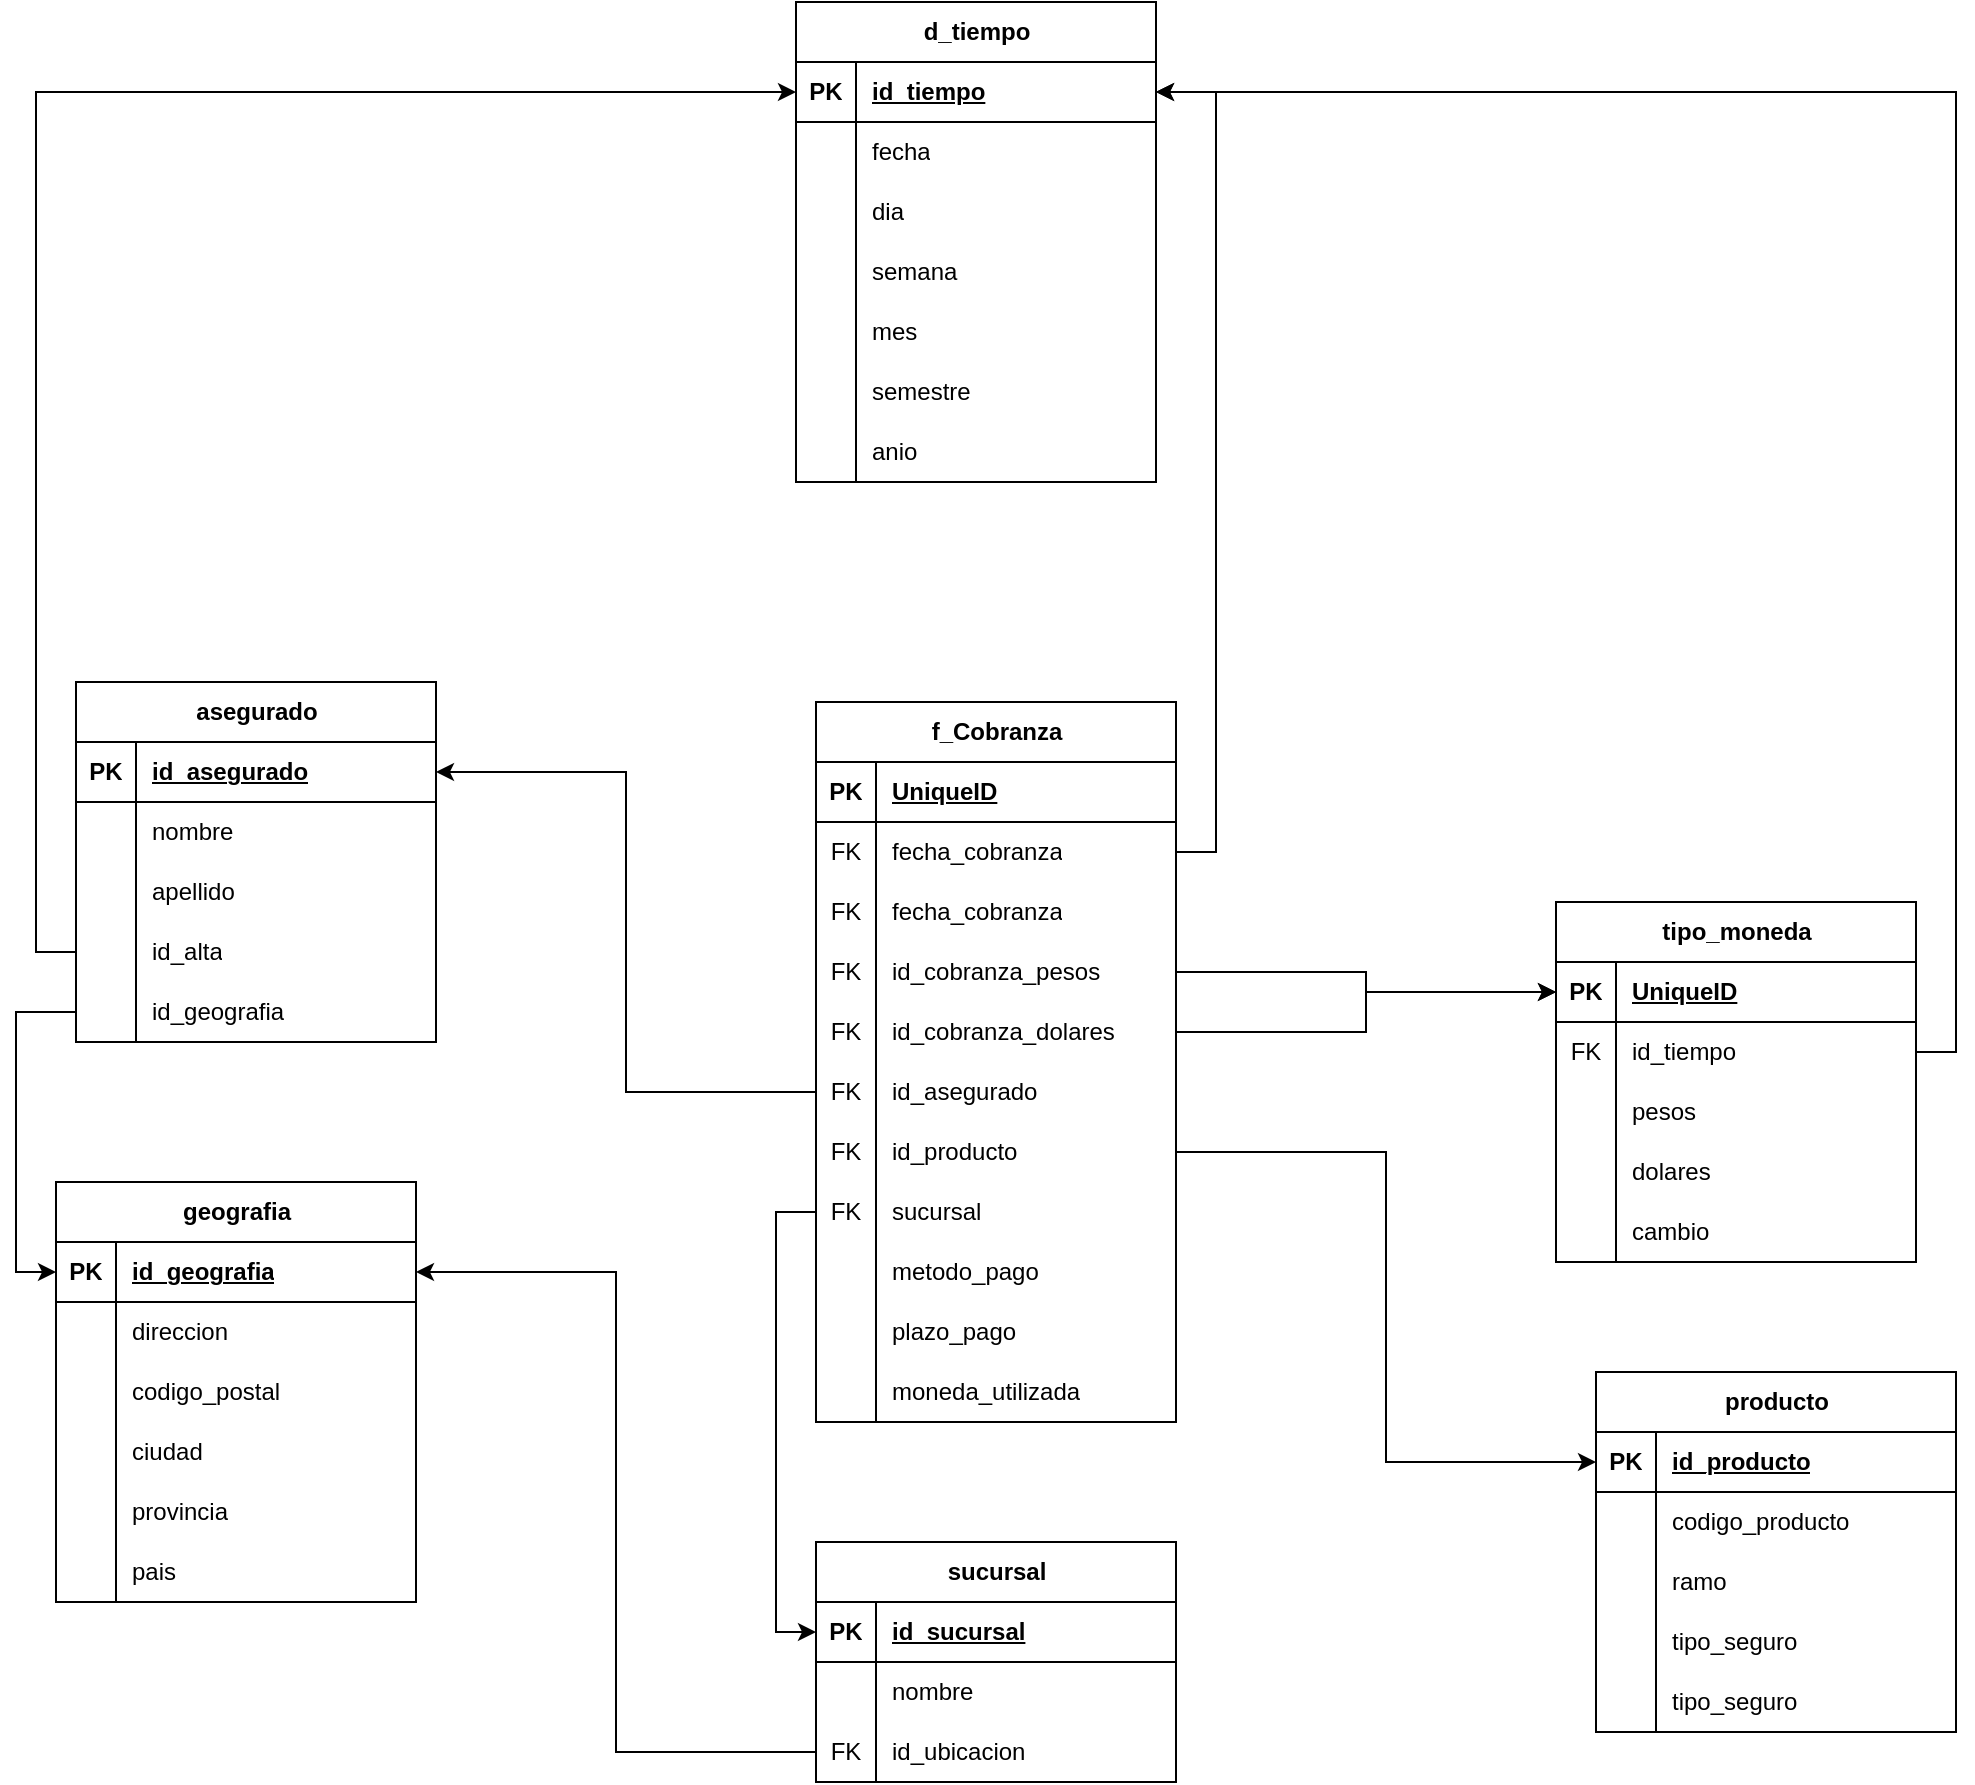
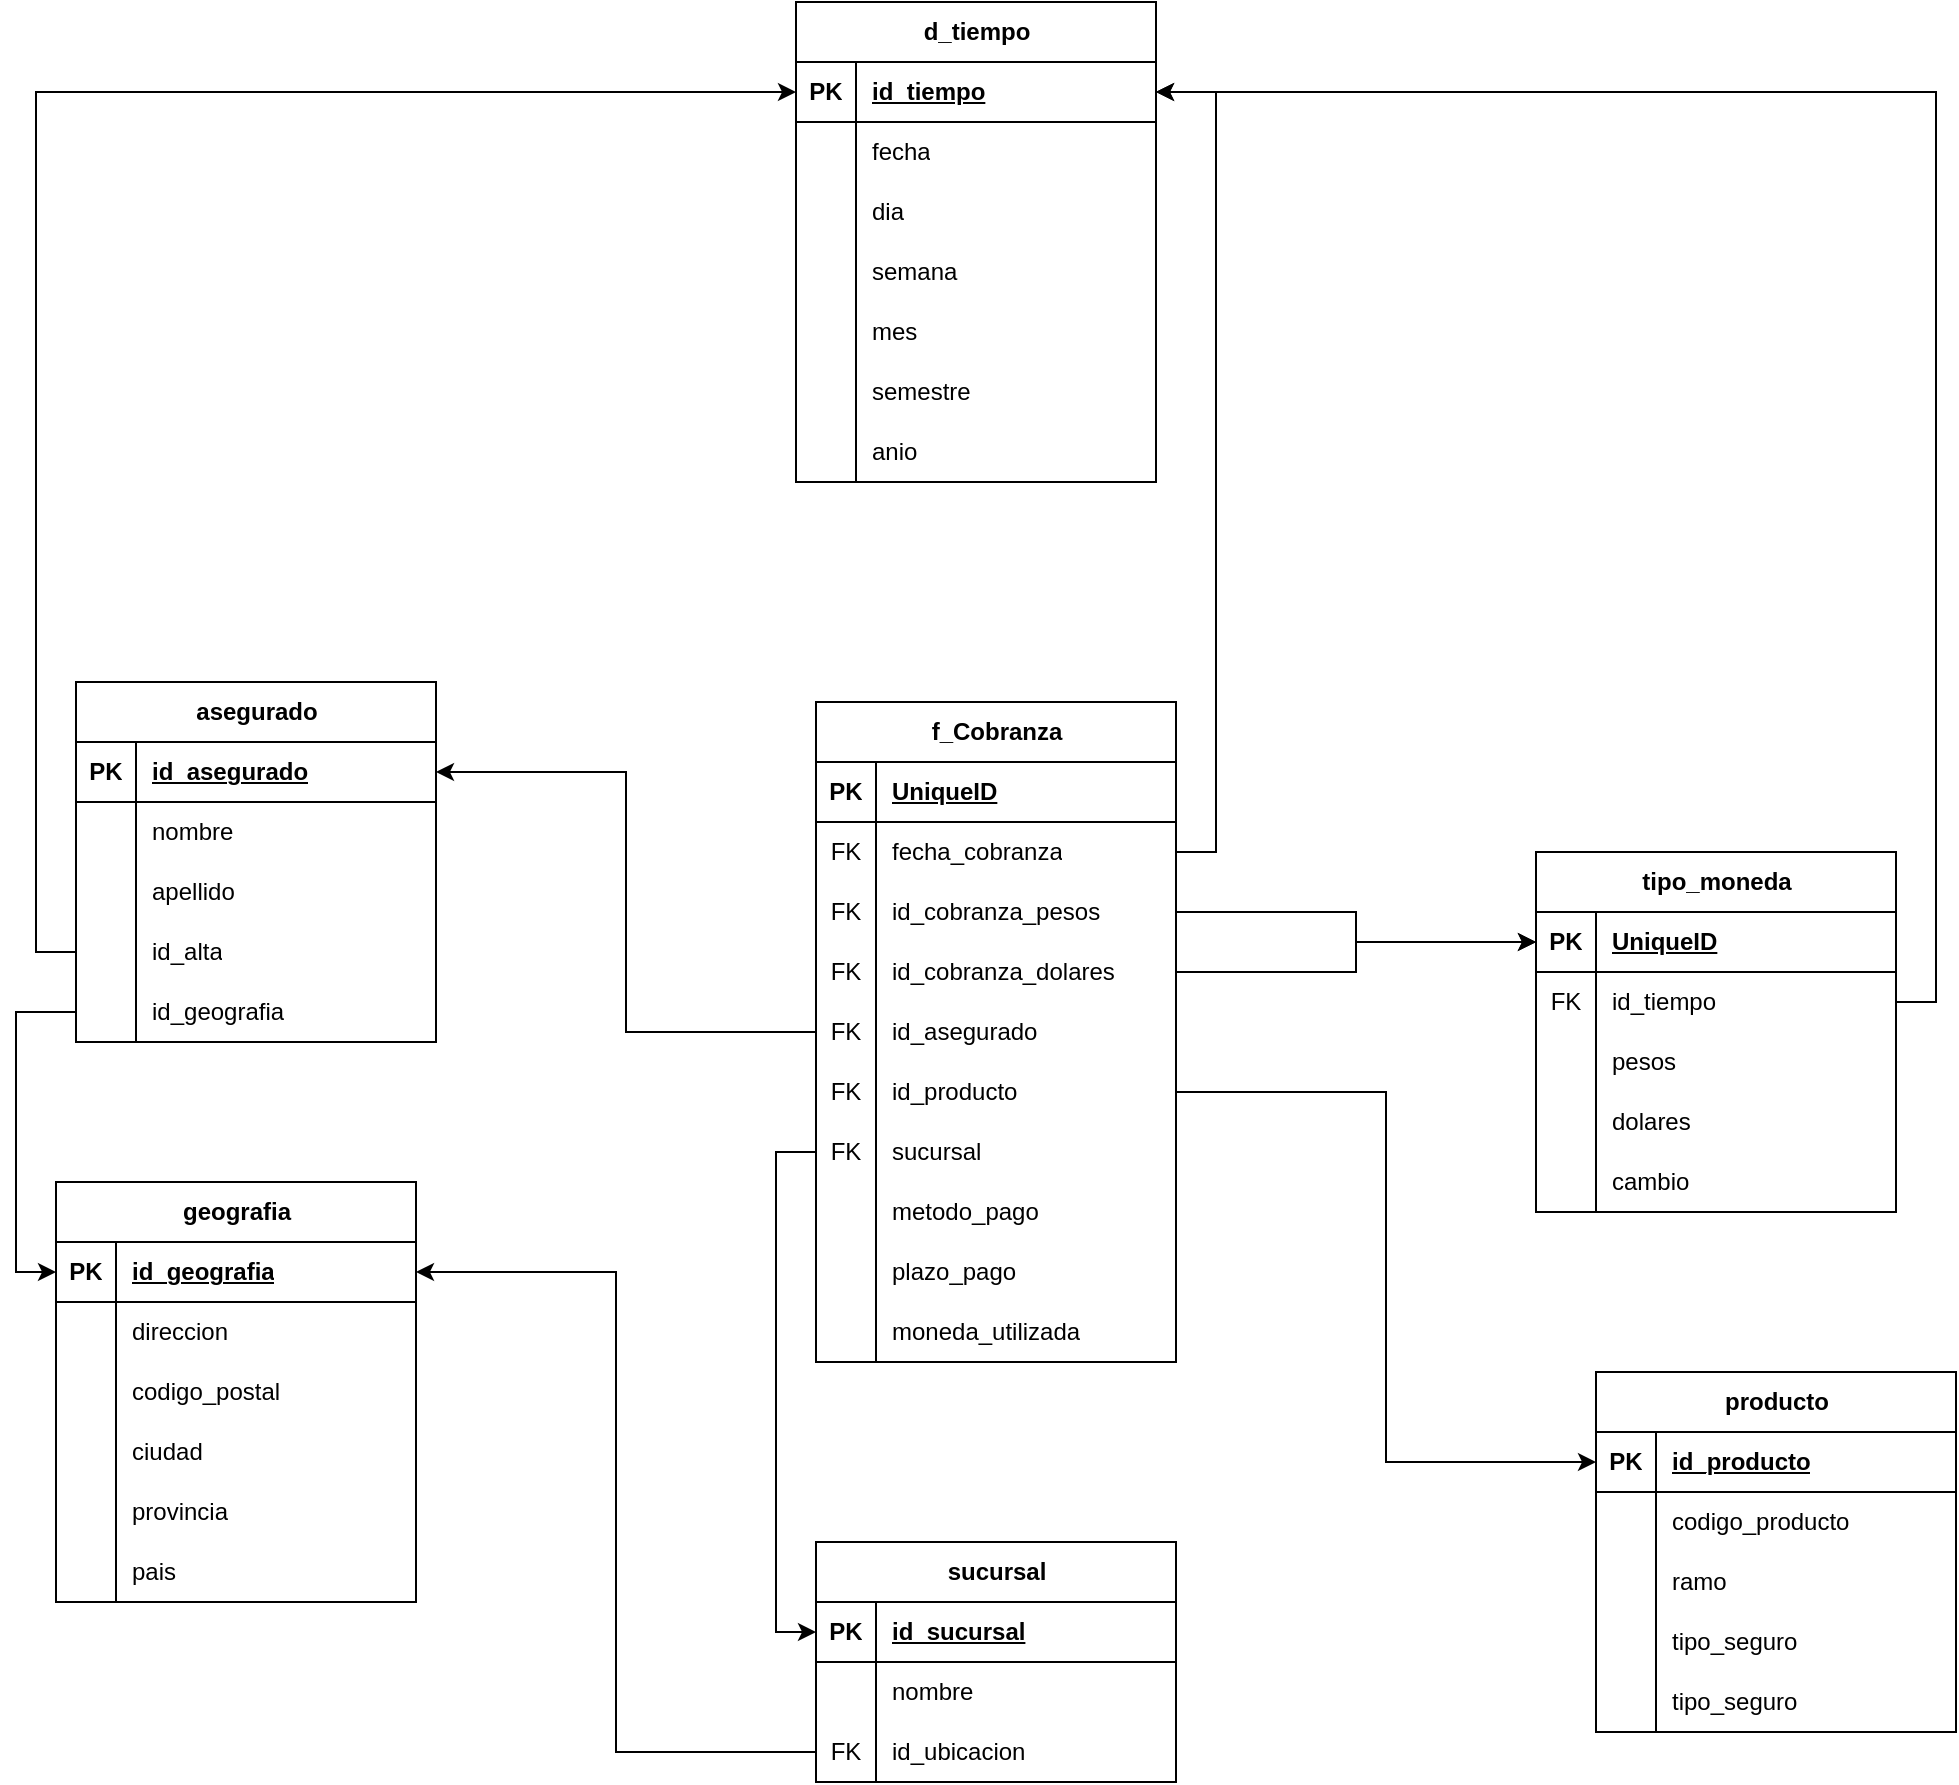
<mxfile host="app.diagrams.net">
  <diagram name="Página-1" id="Kt3LtWekaF4Ktf4gLEfH">
    <mxGraphModel dx="2088" dy="1743" grid="1" gridSize="10" guides="1" tooltips="1" connect="1" arrows="1" fold="1" page="1" pageScale="1" pageWidth="827" pageHeight="1169" math="0" shadow="0">
      <root>
        <mxCell id="0" />
        <mxCell id="1" parent="0" />
        <mxCell id="ryd3ZXXs5xD_q0EqPqET-14" parent="1" style="shape=table;startSize=30;container=1;collapsible=1;childLayout=tableLayout;fixedRows=1;rowLines=0;fontStyle=1;align=center;resizeLast=1;html=1;" value="d_tiempo" vertex="1">
          <mxGeometry height="240" width="180" x="350" y="-190" as="geometry" />
        </mxCell>
        <mxCell id="ryd3ZXXs5xD_q0EqPqET-15" parent="ryd3ZXXs5xD_q0EqPqET-14" style="shape=tableRow;horizontal=0;startSize=0;swimlaneHead=0;swimlaneBody=0;fillColor=none;collapsible=0;dropTarget=0;points=[[0,0.5],[1,0.5]];portConstraint=eastwest;top=0;left=0;right=0;bottom=1;" value="" vertex="1">
          <mxGeometry height="30" width="180" y="30" as="geometry" />
        </mxCell>
        <mxCell id="ryd3ZXXs5xD_q0EqPqET-16" parent="ryd3ZXXs5xD_q0EqPqET-15" style="shape=partialRectangle;connectable=0;fillColor=none;top=0;left=0;bottom=0;right=0;fontStyle=1;overflow=hidden;whiteSpace=wrap;html=1;" value="PK" vertex="1">
          <mxGeometry height="30" width="30" as="geometry">
            <mxRectangle height="30" width="30" as="alternateBounds" />
          </mxGeometry>
        </mxCell>
        <mxCell id="ryd3ZXXs5xD_q0EqPqET-17" parent="ryd3ZXXs5xD_q0EqPqET-15" style="shape=partialRectangle;connectable=0;fillColor=none;top=0;left=0;bottom=0;right=0;align=left;spacingLeft=6;fontStyle=5;overflow=hidden;whiteSpace=wrap;html=1;" value="id_tiempo" vertex="1">
          <mxGeometry height="30" width="150" x="30" as="geometry">
            <mxRectangle height="30" width="150" as="alternateBounds" />
          </mxGeometry>
        </mxCell>
        <mxCell id="ryd3ZXXs5xD_q0EqPqET-18" parent="ryd3ZXXs5xD_q0EqPqET-14" style="shape=tableRow;horizontal=0;startSize=0;swimlaneHead=0;swimlaneBody=0;fillColor=none;collapsible=0;dropTarget=0;points=[[0,0.5],[1,0.5]];portConstraint=eastwest;top=0;left=0;right=0;bottom=0;" value="" vertex="1">
          <mxGeometry height="30" width="180" y="60" as="geometry" />
        </mxCell>
        <mxCell id="ryd3ZXXs5xD_q0EqPqET-19" parent="ryd3ZXXs5xD_q0EqPqET-18" style="shape=partialRectangle;connectable=0;fillColor=none;top=0;left=0;bottom=0;right=0;editable=1;overflow=hidden;whiteSpace=wrap;html=1;" value="" vertex="1">
          <mxGeometry height="30" width="30" as="geometry">
            <mxRectangle height="30" width="30" as="alternateBounds" />
          </mxGeometry>
        </mxCell>
        <mxCell id="ryd3ZXXs5xD_q0EqPqET-20" parent="ryd3ZXXs5xD_q0EqPqET-18" style="shape=partialRectangle;connectable=0;fillColor=none;top=0;left=0;bottom=0;right=0;align=left;spacingLeft=6;overflow=hidden;whiteSpace=wrap;html=1;" value="fecha" vertex="1">
          <mxGeometry height="30" width="150" x="30" as="geometry">
            <mxRectangle height="30" width="150" as="alternateBounds" />
          </mxGeometry>
        </mxCell>
        <mxCell id="ryd3ZXXs5xD_q0EqPqET-21" parent="ryd3ZXXs5xD_q0EqPqET-14" style="shape=tableRow;horizontal=0;startSize=0;swimlaneHead=0;swimlaneBody=0;fillColor=none;collapsible=0;dropTarget=0;points=[[0,0.5],[1,0.5]];portConstraint=eastwest;top=0;left=0;right=0;bottom=0;" value="" vertex="1">
          <mxGeometry height="30" width="180" y="90" as="geometry" />
        </mxCell>
        <mxCell id="ryd3ZXXs5xD_q0EqPqET-22" parent="ryd3ZXXs5xD_q0EqPqET-21" style="shape=partialRectangle;connectable=0;fillColor=none;top=0;left=0;bottom=0;right=0;editable=1;overflow=hidden;whiteSpace=wrap;html=1;" value="" vertex="1">
          <mxGeometry height="30" width="30" as="geometry">
            <mxRectangle height="30" width="30" as="alternateBounds" />
          </mxGeometry>
        </mxCell>
        <mxCell id="ryd3ZXXs5xD_q0EqPqET-23" parent="ryd3ZXXs5xD_q0EqPqET-21" style="shape=partialRectangle;connectable=0;fillColor=none;top=0;left=0;bottom=0;right=0;align=left;spacingLeft=6;overflow=hidden;whiteSpace=wrap;html=1;" value="dia" vertex="1">
          <mxGeometry height="30" width="150" x="30" as="geometry">
            <mxRectangle height="30" width="150" as="alternateBounds" />
          </mxGeometry>
        </mxCell>
        <mxCell id="ryd3ZXXs5xD_q0EqPqET-24" parent="ryd3ZXXs5xD_q0EqPqET-14" style="shape=tableRow;horizontal=0;startSize=0;swimlaneHead=0;swimlaneBody=0;fillColor=none;collapsible=0;dropTarget=0;points=[[0,0.5],[1,0.5]];portConstraint=eastwest;top=0;left=0;right=0;bottom=0;" value="" vertex="1">
          <mxGeometry height="30" width="180" y="120" as="geometry" />
        </mxCell>
        <mxCell id="ryd3ZXXs5xD_q0EqPqET-25" parent="ryd3ZXXs5xD_q0EqPqET-24" style="shape=partialRectangle;connectable=0;fillColor=none;top=0;left=0;bottom=0;right=0;editable=1;overflow=hidden;whiteSpace=wrap;html=1;" value="" vertex="1">
          <mxGeometry height="30" width="30" as="geometry">
            <mxRectangle height="30" width="30" as="alternateBounds" />
          </mxGeometry>
        </mxCell>
        <mxCell id="ryd3ZXXs5xD_q0EqPqET-26" parent="ryd3ZXXs5xD_q0EqPqET-24" style="shape=partialRectangle;connectable=0;fillColor=none;top=0;left=0;bottom=0;right=0;align=left;spacingLeft=6;overflow=hidden;whiteSpace=wrap;html=1;" value="semana" vertex="1">
          <mxGeometry height="30" width="150" x="30" as="geometry">
            <mxRectangle height="30" width="150" as="alternateBounds" />
          </mxGeometry>
        </mxCell>
        <mxCell id="ryd3ZXXs5xD_q0EqPqET-66" parent="ryd3ZXXs5xD_q0EqPqET-14" style="shape=tableRow;horizontal=0;startSize=0;swimlaneHead=0;swimlaneBody=0;fillColor=none;collapsible=0;dropTarget=0;points=[[0,0.5],[1,0.5]];portConstraint=eastwest;top=0;left=0;right=0;bottom=0;" value="" vertex="1">
          <mxGeometry height="30" width="180" y="150" as="geometry" />
        </mxCell>
        <mxCell id="ryd3ZXXs5xD_q0EqPqET-67" parent="ryd3ZXXs5xD_q0EqPqET-66" style="shape=partialRectangle;connectable=0;fillColor=none;top=0;left=0;bottom=0;right=0;editable=1;overflow=hidden;whiteSpace=wrap;html=1;" value="" vertex="1">
          <mxGeometry height="30" width="30" as="geometry">
            <mxRectangle height="30" width="30" as="alternateBounds" />
          </mxGeometry>
        </mxCell>
        <mxCell id="ryd3ZXXs5xD_q0EqPqET-68" parent="ryd3ZXXs5xD_q0EqPqET-66" style="shape=partialRectangle;connectable=0;fillColor=none;top=0;left=0;bottom=0;right=0;align=left;spacingLeft=6;overflow=hidden;whiteSpace=wrap;html=1;" value="mes" vertex="1">
          <mxGeometry height="30" width="150" x="30" as="geometry">
            <mxRectangle height="30" width="150" as="alternateBounds" />
          </mxGeometry>
        </mxCell>
        <mxCell id="ryd3ZXXs5xD_q0EqPqET-69" parent="ryd3ZXXs5xD_q0EqPqET-14" style="shape=tableRow;horizontal=0;startSize=0;swimlaneHead=0;swimlaneBody=0;fillColor=none;collapsible=0;dropTarget=0;points=[[0,0.5],[1,0.5]];portConstraint=eastwest;top=0;left=0;right=0;bottom=0;" value="" vertex="1">
          <mxGeometry height="30" width="180" y="180" as="geometry" />
        </mxCell>
        <mxCell id="ryd3ZXXs5xD_q0EqPqET-70" parent="ryd3ZXXs5xD_q0EqPqET-69" style="shape=partialRectangle;connectable=0;fillColor=none;top=0;left=0;bottom=0;right=0;editable=1;overflow=hidden;whiteSpace=wrap;html=1;" value="" vertex="1">
          <mxGeometry height="30" width="30" as="geometry">
            <mxRectangle height="30" width="30" as="alternateBounds" />
          </mxGeometry>
        </mxCell>
        <mxCell id="ryd3ZXXs5xD_q0EqPqET-71" parent="ryd3ZXXs5xD_q0EqPqET-69" style="shape=partialRectangle;connectable=0;fillColor=none;top=0;left=0;bottom=0;right=0;align=left;spacingLeft=6;overflow=hidden;whiteSpace=wrap;html=1;" value="semestre" vertex="1">
          <mxGeometry height="30" width="150" x="30" as="geometry">
            <mxRectangle height="30" width="150" as="alternateBounds" />
          </mxGeometry>
        </mxCell>
        <mxCell id="ryd3ZXXs5xD_q0EqPqET-72" parent="ryd3ZXXs5xD_q0EqPqET-14" style="shape=tableRow;horizontal=0;startSize=0;swimlaneHead=0;swimlaneBody=0;fillColor=none;collapsible=0;dropTarget=0;points=[[0,0.5],[1,0.5]];portConstraint=eastwest;top=0;left=0;right=0;bottom=0;" value="" vertex="1">
          <mxGeometry height="30" width="180" y="210" as="geometry" />
        </mxCell>
        <mxCell id="ryd3ZXXs5xD_q0EqPqET-73" parent="ryd3ZXXs5xD_q0EqPqET-72" style="shape=partialRectangle;connectable=0;fillColor=none;top=0;left=0;bottom=0;right=0;editable=1;overflow=hidden;whiteSpace=wrap;html=1;" value="" vertex="1">
          <mxGeometry height="30" width="30" as="geometry">
            <mxRectangle height="30" width="30" as="alternateBounds" />
          </mxGeometry>
        </mxCell>
        <mxCell id="ryd3ZXXs5xD_q0EqPqET-74" parent="ryd3ZXXs5xD_q0EqPqET-72" style="shape=partialRectangle;connectable=0;fillColor=none;top=0;left=0;bottom=0;right=0;align=left;spacingLeft=6;overflow=hidden;whiteSpace=wrap;html=1;" value="anio" vertex="1">
          <mxGeometry height="30" width="150" x="30" as="geometry">
            <mxRectangle height="30" width="150" as="alternateBounds" />
          </mxGeometry>
        </mxCell>
        <mxCell id="ryd3ZXXs5xD_q0EqPqET-27" parent="1" style="shape=table;startSize=30;container=1;collapsible=1;childLayout=tableLayout;fixedRows=1;rowLines=0;fontStyle=1;align=center;resizeLast=1;html=1;" value="tipo_moneda" vertex="1">
-           <mxGeometry height="180" width="180" x="730" y="260" as="geometry" />
+           <mxGeometry height="180" width="180" x="720" y="235" as="geometry" />
        </mxCell>
        <mxCell id="ryd3ZXXs5xD_q0EqPqET-28" parent="ryd3ZXXs5xD_q0EqPqET-27" style="shape=tableRow;horizontal=0;startSize=0;swimlaneHead=0;swimlaneBody=0;fillColor=none;collapsible=0;dropTarget=0;points=[[0,0.5],[1,0.5]];portConstraint=eastwest;top=0;left=0;right=0;bottom=1;" value="" vertex="1">
          <mxGeometry height="30" width="180" y="30" as="geometry" />
        </mxCell>
        <mxCell id="ryd3ZXXs5xD_q0EqPqET-29" parent="ryd3ZXXs5xD_q0EqPqET-28" style="shape=partialRectangle;connectable=0;fillColor=none;top=0;left=0;bottom=0;right=0;fontStyle=1;overflow=hidden;whiteSpace=wrap;html=1;" value="PK" vertex="1">
          <mxGeometry height="30" width="30" as="geometry">
            <mxRectangle height="30" width="30" as="alternateBounds" />
          </mxGeometry>
        </mxCell>
        <mxCell id="ryd3ZXXs5xD_q0EqPqET-30" parent="ryd3ZXXs5xD_q0EqPqET-28" style="shape=partialRectangle;connectable=0;fillColor=none;top=0;left=0;bottom=0;right=0;align=left;spacingLeft=6;fontStyle=5;overflow=hidden;whiteSpace=wrap;html=1;" value="UniqueID" vertex="1">
          <mxGeometry height="30" width="150" x="30" as="geometry">
            <mxRectangle height="30" width="150" as="alternateBounds" />
          </mxGeometry>
        </mxCell>
        <mxCell id="ryd3ZXXs5xD_q0EqPqET-31" parent="ryd3ZXXs5xD_q0EqPqET-27" style="shape=tableRow;horizontal=0;startSize=0;swimlaneHead=0;swimlaneBody=0;fillColor=none;collapsible=0;dropTarget=0;points=[[0,0.5],[1,0.5]];portConstraint=eastwest;top=0;left=0;right=0;bottom=0;" value="" vertex="1">
          <mxGeometry height="30" width="180" y="60" as="geometry" />
        </mxCell>
        <mxCell id="ryd3ZXXs5xD_q0EqPqET-32" parent="ryd3ZXXs5xD_q0EqPqET-31" style="shape=partialRectangle;connectable=0;fillColor=none;top=0;left=0;bottom=0;right=0;editable=1;overflow=hidden;whiteSpace=wrap;html=1;" value="FK" vertex="1">
          <mxGeometry height="30" width="30" as="geometry">
            <mxRectangle height="30" width="30" as="alternateBounds" />
          </mxGeometry>
        </mxCell>
        <mxCell id="ryd3ZXXs5xD_q0EqPqET-33" parent="ryd3ZXXs5xD_q0EqPqET-31" style="shape=partialRectangle;connectable=0;fillColor=none;top=0;left=0;bottom=0;right=0;align=left;spacingLeft=6;overflow=hidden;whiteSpace=wrap;html=1;" value="id_tiempo" vertex="1">
          <mxGeometry height="30" width="150" x="30" as="geometry">
            <mxRectangle height="30" width="150" as="alternateBounds" />
          </mxGeometry>
        </mxCell>
        <mxCell id="ryd3ZXXs5xD_q0EqPqET-179" parent="ryd3ZXXs5xD_q0EqPqET-27" style="shape=tableRow;horizontal=0;startSize=0;swimlaneHead=0;swimlaneBody=0;fillColor=none;collapsible=0;dropTarget=0;points=[[0,0.5],[1,0.5]];portConstraint=eastwest;top=0;left=0;right=0;bottom=0;" value="" vertex="1">
          <mxGeometry height="30" width="180" y="90" as="geometry" />
        </mxCell>
        <mxCell id="ryd3ZXXs5xD_q0EqPqET-180" parent="ryd3ZXXs5xD_q0EqPqET-179" style="shape=partialRectangle;connectable=0;fillColor=none;top=0;left=0;bottom=0;right=0;editable=1;overflow=hidden;whiteSpace=wrap;html=1;" value="" vertex="1">
          <mxGeometry height="30" width="30" as="geometry">
            <mxRectangle height="30" width="30" as="alternateBounds" />
          </mxGeometry>
        </mxCell>
        <mxCell id="ryd3ZXXs5xD_q0EqPqET-181" parent="ryd3ZXXs5xD_q0EqPqET-179" style="shape=partialRectangle;connectable=0;fillColor=none;top=0;left=0;bottom=0;right=0;align=left;spacingLeft=6;overflow=hidden;whiteSpace=wrap;html=1;" value="pesos" vertex="1">
          <mxGeometry height="30" width="150" x="30" as="geometry">
            <mxRectangle height="30" width="150" as="alternateBounds" />
          </mxGeometry>
        </mxCell>
        <mxCell id="ryd3ZXXs5xD_q0EqPqET-34" parent="ryd3ZXXs5xD_q0EqPqET-27" style="shape=tableRow;horizontal=0;startSize=0;swimlaneHead=0;swimlaneBody=0;fillColor=none;collapsible=0;dropTarget=0;points=[[0,0.5],[1,0.5]];portConstraint=eastwest;top=0;left=0;right=0;bottom=0;" value="" vertex="1">
          <mxGeometry height="30" width="180" y="120" as="geometry" />
        </mxCell>
        <mxCell id="ryd3ZXXs5xD_q0EqPqET-35" parent="ryd3ZXXs5xD_q0EqPqET-34" style="shape=partialRectangle;connectable=0;fillColor=none;top=0;left=0;bottom=0;right=0;editable=1;overflow=hidden;whiteSpace=wrap;html=1;" value="" vertex="1">
          <mxGeometry height="30" width="30" as="geometry">
            <mxRectangle height="30" width="30" as="alternateBounds" />
          </mxGeometry>
        </mxCell>
        <mxCell id="ryd3ZXXs5xD_q0EqPqET-36" parent="ryd3ZXXs5xD_q0EqPqET-34" style="shape=partialRectangle;connectable=0;fillColor=none;top=0;left=0;bottom=0;right=0;align=left;spacingLeft=6;overflow=hidden;whiteSpace=wrap;html=1;" value="dolares" vertex="1">
          <mxGeometry height="30" width="150" x="30" as="geometry">
            <mxRectangle height="30" width="150" as="alternateBounds" />
          </mxGeometry>
        </mxCell>
        <mxCell id="ryd3ZXXs5xD_q0EqPqET-37" parent="ryd3ZXXs5xD_q0EqPqET-27" style="shape=tableRow;horizontal=0;startSize=0;swimlaneHead=0;swimlaneBody=0;fillColor=none;collapsible=0;dropTarget=0;points=[[0,0.5],[1,0.5]];portConstraint=eastwest;top=0;left=0;right=0;bottom=0;" value="" vertex="1">
          <mxGeometry height="30" width="180" y="150" as="geometry" />
        </mxCell>
        <mxCell id="ryd3ZXXs5xD_q0EqPqET-38" parent="ryd3ZXXs5xD_q0EqPqET-37" style="shape=partialRectangle;connectable=0;fillColor=none;top=0;left=0;bottom=0;right=0;editable=1;overflow=hidden;whiteSpace=wrap;html=1;" value="" vertex="1">
          <mxGeometry height="30" width="30" as="geometry">
            <mxRectangle height="30" width="30" as="alternateBounds" />
          </mxGeometry>
        </mxCell>
        <mxCell id="ryd3ZXXs5xD_q0EqPqET-39" parent="ryd3ZXXs5xD_q0EqPqET-37" style="shape=partialRectangle;connectable=0;fillColor=none;top=0;left=0;bottom=0;right=0;align=left;spacingLeft=6;overflow=hidden;whiteSpace=wrap;html=1;" value="cambio" vertex="1">
          <mxGeometry height="30" width="150" x="30" as="geometry">
            <mxRectangle height="30" width="150" as="alternateBounds" />
          </mxGeometry>
        </mxCell>
        <mxCell id="ryd3ZXXs5xD_q0EqPqET-40" parent="1" style="shape=table;startSize=30;container=1;collapsible=1;childLayout=tableLayout;fixedRows=1;rowLines=0;fontStyle=1;align=center;resizeLast=1;html=1;" value="asegurado" vertex="1">
          <mxGeometry height="180" width="180" x="-10" y="150" as="geometry" />
        </mxCell>
        <mxCell id="ryd3ZXXs5xD_q0EqPqET-41" parent="ryd3ZXXs5xD_q0EqPqET-40" style="shape=tableRow;horizontal=0;startSize=0;swimlaneHead=0;swimlaneBody=0;fillColor=none;collapsible=0;dropTarget=0;points=[[0,0.5],[1,0.5]];portConstraint=eastwest;top=0;left=0;right=0;bottom=1;" value="" vertex="1">
          <mxGeometry height="30" width="180" y="30" as="geometry" />
        </mxCell>
        <mxCell id="ryd3ZXXs5xD_q0EqPqET-42" parent="ryd3ZXXs5xD_q0EqPqET-41" style="shape=partialRectangle;connectable=0;fillColor=none;top=0;left=0;bottom=0;right=0;fontStyle=1;overflow=hidden;whiteSpace=wrap;html=1;" value="PK" vertex="1">
          <mxGeometry height="30" width="30" as="geometry">
            <mxRectangle height="30" width="30" as="alternateBounds" />
          </mxGeometry>
        </mxCell>
        <mxCell id="ryd3ZXXs5xD_q0EqPqET-43" parent="ryd3ZXXs5xD_q0EqPqET-41" style="shape=partialRectangle;connectable=0;fillColor=none;top=0;left=0;bottom=0;right=0;align=left;spacingLeft=6;fontStyle=5;overflow=hidden;whiteSpace=wrap;html=1;" value="id_asegurado" vertex="1">
          <mxGeometry height="30" width="150" x="30" as="geometry">
            <mxRectangle height="30" width="150" as="alternateBounds" />
          </mxGeometry>
        </mxCell>
        <mxCell id="ryd3ZXXs5xD_q0EqPqET-44" parent="ryd3ZXXs5xD_q0EqPqET-40" style="shape=tableRow;horizontal=0;startSize=0;swimlaneHead=0;swimlaneBody=0;fillColor=none;collapsible=0;dropTarget=0;points=[[0,0.5],[1,0.5]];portConstraint=eastwest;top=0;left=0;right=0;bottom=0;" value="" vertex="1">
          <mxGeometry height="30" width="180" y="60" as="geometry" />
        </mxCell>
        <mxCell id="ryd3ZXXs5xD_q0EqPqET-45" parent="ryd3ZXXs5xD_q0EqPqET-44" style="shape=partialRectangle;connectable=0;fillColor=none;top=0;left=0;bottom=0;right=0;editable=1;overflow=hidden;whiteSpace=wrap;html=1;" value="" vertex="1">
          <mxGeometry height="30" width="30" as="geometry">
            <mxRectangle height="30" width="30" as="alternateBounds" />
          </mxGeometry>
        </mxCell>
        <mxCell id="ryd3ZXXs5xD_q0EqPqET-46" parent="ryd3ZXXs5xD_q0EqPqET-44" style="shape=partialRectangle;connectable=0;fillColor=none;top=0;left=0;bottom=0;right=0;align=left;spacingLeft=6;overflow=hidden;whiteSpace=wrap;html=1;" value="nombre" vertex="1">
          <mxGeometry height="30" width="150" x="30" as="geometry">
            <mxRectangle height="30" width="150" as="alternateBounds" />
          </mxGeometry>
        </mxCell>
        <mxCell id="ryd3ZXXs5xD_q0EqPqET-47" parent="ryd3ZXXs5xD_q0EqPqET-40" style="shape=tableRow;horizontal=0;startSize=0;swimlaneHead=0;swimlaneBody=0;fillColor=none;collapsible=0;dropTarget=0;points=[[0,0.5],[1,0.5]];portConstraint=eastwest;top=0;left=0;right=0;bottom=0;" value="" vertex="1">
          <mxGeometry height="30" width="180" y="90" as="geometry" />
        </mxCell>
        <mxCell id="ryd3ZXXs5xD_q0EqPqET-48" parent="ryd3ZXXs5xD_q0EqPqET-47" style="shape=partialRectangle;connectable=0;fillColor=none;top=0;left=0;bottom=0;right=0;editable=1;overflow=hidden;whiteSpace=wrap;html=1;" value="" vertex="1">
          <mxGeometry height="30" width="30" as="geometry">
            <mxRectangle height="30" width="30" as="alternateBounds" />
          </mxGeometry>
        </mxCell>
        <mxCell id="ryd3ZXXs5xD_q0EqPqET-49" parent="ryd3ZXXs5xD_q0EqPqET-47" style="shape=partialRectangle;connectable=0;fillColor=none;top=0;left=0;bottom=0;right=0;align=left;spacingLeft=6;overflow=hidden;whiteSpace=wrap;html=1;" value="apellido" vertex="1">
          <mxGeometry height="30" width="150" x="30" as="geometry">
            <mxRectangle height="30" width="150" as="alternateBounds" />
          </mxGeometry>
        </mxCell>
        <mxCell id="ryd3ZXXs5xD_q0EqPqET-150" parent="ryd3ZXXs5xD_q0EqPqET-40" style="shape=tableRow;horizontal=0;startSize=0;swimlaneHead=0;swimlaneBody=0;fillColor=none;collapsible=0;dropTarget=0;points=[[0,0.5],[1,0.5]];portConstraint=eastwest;top=0;left=0;right=0;bottom=0;" value="" vertex="1">
          <mxGeometry height="30" width="180" y="120" as="geometry" />
        </mxCell>
        <mxCell id="ryd3ZXXs5xD_q0EqPqET-151" parent="ryd3ZXXs5xD_q0EqPqET-150" style="shape=partialRectangle;connectable=0;fillColor=none;top=0;left=0;bottom=0;right=0;editable=1;overflow=hidden;whiteSpace=wrap;html=1;" value="" vertex="1">
          <mxGeometry height="30" width="30" as="geometry">
            <mxRectangle height="30" width="30" as="alternateBounds" />
          </mxGeometry>
        </mxCell>
        <mxCell id="ryd3ZXXs5xD_q0EqPqET-152" parent="ryd3ZXXs5xD_q0EqPqET-150" style="shape=partialRectangle;connectable=0;fillColor=none;top=0;left=0;bottom=0;right=0;align=left;spacingLeft=6;overflow=hidden;whiteSpace=wrap;html=1;" value="id_alta" vertex="1">
          <mxGeometry height="30" width="150" x="30" as="geometry">
            <mxRectangle height="30" width="150" as="alternateBounds" />
          </mxGeometry>
        </mxCell>
        <mxCell id="ryd3ZXXs5xD_q0EqPqET-50" parent="ryd3ZXXs5xD_q0EqPqET-40" style="shape=tableRow;horizontal=0;startSize=0;swimlaneHead=0;swimlaneBody=0;fillColor=none;collapsible=0;dropTarget=0;points=[[0,0.5],[1,0.5]];portConstraint=eastwest;top=0;left=0;right=0;bottom=0;" value="" vertex="1">
          <mxGeometry height="30" width="180" y="150" as="geometry" />
        </mxCell>
        <mxCell id="ryd3ZXXs5xD_q0EqPqET-51" parent="ryd3ZXXs5xD_q0EqPqET-50" style="shape=partialRectangle;connectable=0;fillColor=none;top=0;left=0;bottom=0;right=0;editable=1;overflow=hidden;whiteSpace=wrap;html=1;" value="" vertex="1">
          <mxGeometry height="30" width="30" as="geometry">
            <mxRectangle height="30" width="30" as="alternateBounds" />
          </mxGeometry>
        </mxCell>
        <mxCell id="ryd3ZXXs5xD_q0EqPqET-52" parent="ryd3ZXXs5xD_q0EqPqET-50" style="shape=partialRectangle;connectable=0;fillColor=none;top=0;left=0;bottom=0;right=0;align=left;spacingLeft=6;overflow=hidden;whiteSpace=wrap;html=1;" value="id_geografia" vertex="1">
          <mxGeometry height="30" width="150" x="30" as="geometry">
            <mxRectangle height="30" width="150" as="alternateBounds" />
          </mxGeometry>
        </mxCell>
        <mxCell id="ryd3ZXXs5xD_q0EqPqET-53" parent="1" style="shape=table;startSize=30;container=1;collapsible=1;childLayout=tableLayout;fixedRows=1;rowLines=0;fontStyle=1;align=center;resizeLast=1;html=1;" value="f_Cobranza" vertex="1">
-           <mxGeometry height="360" width="180" x="360" y="160" as="geometry" />
+           <mxGeometry height="330" width="180" x="360" y="160" as="geometry" />
        </mxCell>
        <mxCell id="ryd3ZXXs5xD_q0EqPqET-54" parent="ryd3ZXXs5xD_q0EqPqET-53" style="shape=tableRow;horizontal=0;startSize=0;swimlaneHead=0;swimlaneBody=0;fillColor=none;collapsible=0;dropTarget=0;points=[[0,0.5],[1,0.5]];portConstraint=eastwest;top=0;left=0;right=0;bottom=1;" value="" vertex="1">
          <mxGeometry height="30" width="180" y="30" as="geometry" />
        </mxCell>
        <mxCell id="ryd3ZXXs5xD_q0EqPqET-55" parent="ryd3ZXXs5xD_q0EqPqET-54" style="shape=partialRectangle;connectable=0;fillColor=none;top=0;left=0;bottom=0;right=0;fontStyle=1;overflow=hidden;whiteSpace=wrap;html=1;" value="PK" vertex="1">
          <mxGeometry height="30" width="30" as="geometry">
            <mxRectangle height="30" width="30" as="alternateBounds" />
          </mxGeometry>
        </mxCell>
        <mxCell id="ryd3ZXXs5xD_q0EqPqET-56" parent="ryd3ZXXs5xD_q0EqPqET-54" style="shape=partialRectangle;connectable=0;fillColor=none;top=0;left=0;bottom=0;right=0;align=left;spacingLeft=6;fontStyle=5;overflow=hidden;whiteSpace=wrap;html=1;" value="UniqueID" vertex="1">
          <mxGeometry height="30" width="150" x="30" as="geometry">
            <mxRectangle height="30" width="150" as="alternateBounds" />
          </mxGeometry>
        </mxCell>
        <mxCell id="ryd3ZXXs5xD_q0EqPqET-57" parent="ryd3ZXXs5xD_q0EqPqET-53" style="shape=tableRow;horizontal=0;startSize=0;swimlaneHead=0;swimlaneBody=0;fillColor=none;collapsible=0;dropTarget=0;points=[[0,0.5],[1,0.5]];portConstraint=eastwest;top=0;left=0;right=0;bottom=0;" value="" vertex="1">
          <mxGeometry height="30" width="180" y="60" as="geometry" />
        </mxCell>
        <mxCell id="ryd3ZXXs5xD_q0EqPqET-58" parent="ryd3ZXXs5xD_q0EqPqET-57" style="shape=partialRectangle;connectable=0;fillColor=none;top=0;left=0;bottom=0;right=0;editable=1;overflow=hidden;whiteSpace=wrap;html=1;" value="FK" vertex="1">
          <mxGeometry height="30" width="30" as="geometry">
            <mxRectangle height="30" width="30" as="alternateBounds" />
          </mxGeometry>
        </mxCell>
        <mxCell id="ryd3ZXXs5xD_q0EqPqET-59" parent="ryd3ZXXs5xD_q0EqPqET-57" style="shape=partialRectangle;connectable=0;fillColor=none;top=0;left=0;bottom=0;right=0;align=left;spacingLeft=6;overflow=hidden;whiteSpace=wrap;html=1;" value="fecha_cobranza" vertex="1">
          <mxGeometry height="30" width="150" x="30" as="geometry">
            <mxRectangle height="30" width="150" as="alternateBounds" />
          </mxGeometry>
        </mxCell>
-         <mxCell id="ryd3ZXXs5xD_q0EqPqET-115" parent="ryd3ZXXs5xD_q0EqPqET-53" style="shape=tableRow;horizontal=0;startSize=0;swimlaneHead=0;swimlaneBody=0;fillColor=none;collapsible=0;dropTarget=0;points=[[0,0.5],[1,0.5]];portConstraint=eastwest;top=0;left=0;right=0;bottom=0;" value="" vertex="1">
+         <mxCell id="ryd3ZXXs5xD_q0EqPqET-60" parent="ryd3ZXXs5xD_q0EqPqET-53" style="shape=tableRow;horizontal=0;startSize=0;swimlaneHead=0;swimlaneBody=0;fillColor=none;collapsible=0;dropTarget=0;points=[[0,0.5],[1,0.5]];portConstraint=eastwest;top=0;left=0;right=0;bottom=0;" value="" vertex="1">
          <mxGeometry height="30" width="180" y="90" as="geometry" />
        </mxCell>
-         <mxCell id="ryd3ZXXs5xD_q0EqPqET-116" parent="ryd3ZXXs5xD_q0EqPqET-115" style="shape=partialRectangle;connectable=0;fillColor=none;top=0;left=0;bottom=0;right=0;editable=1;overflow=hidden;whiteSpace=wrap;html=1;" value="FK" vertex="1">
-           <mxGeometry height="30" width="30" as="geometry">
-             <mxRectangle height="30" width="30" as="alternateBounds" />
-           </mxGeometry>
-         </mxCell>
-         <mxCell id="ryd3ZXXs5xD_q0EqPqET-117" parent="ryd3ZXXs5xD_q0EqPqET-115" style="shape=partialRectangle;connectable=0;fillColor=none;top=0;left=0;bottom=0;right=0;align=left;spacingLeft=6;overflow=hidden;whiteSpace=wrap;html=1;" value="fecha_cobranza" vertex="1">
-           <mxGeometry height="30" width="150" x="30" as="geometry">
-             <mxRectangle height="30" width="150" as="alternateBounds" />
-           </mxGeometry>
-         </mxCell>
-         <mxCell id="ryd3ZXXs5xD_q0EqPqET-60" parent="ryd3ZXXs5xD_q0EqPqET-53" style="shape=tableRow;horizontal=0;startSize=0;swimlaneHead=0;swimlaneBody=0;fillColor=none;collapsible=0;dropTarget=0;points=[[0,0.5],[1,0.5]];portConstraint=eastwest;top=0;left=0;right=0;bottom=0;" value="" vertex="1">
+         <mxCell id="ryd3ZXXs5xD_q0EqPqET-61" parent="ryd3ZXXs5xD_q0EqPqET-60" style="shape=partialRectangle;connectable=0;fillColor=none;top=0;left=0;bottom=0;right=0;editable=1;overflow=hidden;whiteSpace=wrap;html=1;" value="FK" vertex="1">
+           <mxGeometry height="30" width="30" as="geometry">
+             <mxRectangle height="30" width="30" as="alternateBounds" />
+           </mxGeometry>
+         </mxCell>
+         <mxCell id="ryd3ZXXs5xD_q0EqPqET-62" parent="ryd3ZXXs5xD_q0EqPqET-60" style="shape=partialRectangle;connectable=0;fillColor=none;top=0;left=0;bottom=0;right=0;align=left;spacingLeft=6;overflow=hidden;whiteSpace=wrap;html=1;" value="id_cobranza_pesos" vertex="1">
+           <mxGeometry height="30" width="150" x="30" as="geometry">
+             <mxRectangle height="30" width="150" as="alternateBounds" />
+           </mxGeometry>
+         </mxCell>
+         <mxCell id="ryd3ZXXs5xD_q0EqPqET-63" parent="ryd3ZXXs5xD_q0EqPqET-53" style="shape=tableRow;horizontal=0;startSize=0;swimlaneHead=0;swimlaneBody=0;fillColor=none;collapsible=0;dropTarget=0;points=[[0,0.5],[1,0.5]];portConstraint=eastwest;top=0;left=0;right=0;bottom=0;" value="" vertex="1">
          <mxGeometry height="30" width="180" y="120" as="geometry" />
        </mxCell>
-         <mxCell id="ryd3ZXXs5xD_q0EqPqET-61" parent="ryd3ZXXs5xD_q0EqPqET-60" style="shape=partialRectangle;connectable=0;fillColor=none;top=0;left=0;bottom=0;right=0;editable=1;overflow=hidden;whiteSpace=wrap;html=1;" value="FK" vertex="1">
-           <mxGeometry height="30" width="30" as="geometry">
-             <mxRectangle height="30" width="30" as="alternateBounds" />
-           </mxGeometry>
-         </mxCell>
-         <mxCell id="ryd3ZXXs5xD_q0EqPqET-62" parent="ryd3ZXXs5xD_q0EqPqET-60" style="shape=partialRectangle;connectable=0;fillColor=none;top=0;left=0;bottom=0;right=0;align=left;spacingLeft=6;overflow=hidden;whiteSpace=wrap;html=1;" value="id_cobranza_pesos" vertex="1">
-           <mxGeometry height="30" width="150" x="30" as="geometry">
-             <mxRectangle height="30" width="150" as="alternateBounds" />
-           </mxGeometry>
-         </mxCell>
-         <mxCell id="ryd3ZXXs5xD_q0EqPqET-63" parent="ryd3ZXXs5xD_q0EqPqET-53" style="shape=tableRow;horizontal=0;startSize=0;swimlaneHead=0;swimlaneBody=0;fillColor=none;collapsible=0;dropTarget=0;points=[[0,0.5],[1,0.5]];portConstraint=eastwest;top=0;left=0;right=0;bottom=0;" value="" vertex="1">
+         <mxCell id="ryd3ZXXs5xD_q0EqPqET-64" parent="ryd3ZXXs5xD_q0EqPqET-63" style="shape=partialRectangle;connectable=0;fillColor=none;top=0;left=0;bottom=0;right=0;editable=1;overflow=hidden;whiteSpace=wrap;html=1;" value="FK" vertex="1">
+           <mxGeometry height="30" width="30" as="geometry">
+             <mxRectangle height="30" width="30" as="alternateBounds" />
+           </mxGeometry>
+         </mxCell>
+         <mxCell id="ryd3ZXXs5xD_q0EqPqET-65" parent="ryd3ZXXs5xD_q0EqPqET-63" style="shape=partialRectangle;connectable=0;fillColor=none;top=0;left=0;bottom=0;right=0;align=left;spacingLeft=6;overflow=hidden;whiteSpace=wrap;html=1;" value="id_cobranza_dolares" vertex="1">
+           <mxGeometry height="30" width="150" x="30" as="geometry">
+             <mxRectangle height="30" width="150" as="alternateBounds" />
+           </mxGeometry>
+         </mxCell>
+         <mxCell id="ryd3ZXXs5xD_q0EqPqET-112" parent="ryd3ZXXs5xD_q0EqPqET-53" style="shape=tableRow;horizontal=0;startSize=0;swimlaneHead=0;swimlaneBody=0;fillColor=none;collapsible=0;dropTarget=0;points=[[0,0.5],[1,0.5]];portConstraint=eastwest;top=0;left=0;right=0;bottom=0;" value="" vertex="1">
          <mxGeometry height="30" width="180" y="150" as="geometry" />
        </mxCell>
-         <mxCell id="ryd3ZXXs5xD_q0EqPqET-64" parent="ryd3ZXXs5xD_q0EqPqET-63" style="shape=partialRectangle;connectable=0;fillColor=none;top=0;left=0;bottom=0;right=0;editable=1;overflow=hidden;whiteSpace=wrap;html=1;" value="FK" vertex="1">
-           <mxGeometry height="30" width="30" as="geometry">
-             <mxRectangle height="30" width="30" as="alternateBounds" />
-           </mxGeometry>
-         </mxCell>
-         <mxCell id="ryd3ZXXs5xD_q0EqPqET-65" parent="ryd3ZXXs5xD_q0EqPqET-63" style="shape=partialRectangle;connectable=0;fillColor=none;top=0;left=0;bottom=0;right=0;align=left;spacingLeft=6;overflow=hidden;whiteSpace=wrap;html=1;" value="id_cobranza_dolares" vertex="1">
-           <mxGeometry height="30" width="150" x="30" as="geometry">
-             <mxRectangle height="30" width="150" as="alternateBounds" />
-           </mxGeometry>
-         </mxCell>
-         <mxCell id="ryd3ZXXs5xD_q0EqPqET-112" parent="ryd3ZXXs5xD_q0EqPqET-53" style="shape=tableRow;horizontal=0;startSize=0;swimlaneHead=0;swimlaneBody=0;fillColor=none;collapsible=0;dropTarget=0;points=[[0,0.5],[1,0.5]];portConstraint=eastwest;top=0;left=0;right=0;bottom=0;" value="" vertex="1">
+         <mxCell id="ryd3ZXXs5xD_q0EqPqET-113" parent="ryd3ZXXs5xD_q0EqPqET-112" style="shape=partialRectangle;connectable=0;fillColor=none;top=0;left=0;bottom=0;right=0;editable=1;overflow=hidden;whiteSpace=wrap;html=1;" value="FK" vertex="1">
+           <mxGeometry height="30" width="30" as="geometry">
+             <mxRectangle height="30" width="30" as="alternateBounds" />
+           </mxGeometry>
+         </mxCell>
+         <mxCell id="ryd3ZXXs5xD_q0EqPqET-114" parent="ryd3ZXXs5xD_q0EqPqET-112" style="shape=partialRectangle;connectable=0;fillColor=none;top=0;left=0;bottom=0;right=0;align=left;spacingLeft=6;overflow=hidden;whiteSpace=wrap;html=1;" value="id_asegurado" vertex="1">
+           <mxGeometry height="30" width="150" x="30" as="geometry">
+             <mxRectangle height="30" width="150" as="alternateBounds" />
+           </mxGeometry>
+         </mxCell>
+         <mxCell id="ryd3ZXXs5xD_q0EqPqET-154" parent="ryd3ZXXs5xD_q0EqPqET-53" style="shape=tableRow;horizontal=0;startSize=0;swimlaneHead=0;swimlaneBody=0;fillColor=none;collapsible=0;dropTarget=0;points=[[0,0.5],[1,0.5]];portConstraint=eastwest;top=0;left=0;right=0;bottom=0;" value="" vertex="1">
          <mxGeometry height="30" width="180" y="180" as="geometry" />
        </mxCell>
-         <mxCell id="ryd3ZXXs5xD_q0EqPqET-113" parent="ryd3ZXXs5xD_q0EqPqET-112" style="shape=partialRectangle;connectable=0;fillColor=none;top=0;left=0;bottom=0;right=0;editable=1;overflow=hidden;whiteSpace=wrap;html=1;" value="FK" vertex="1">
-           <mxGeometry height="30" width="30" as="geometry">
-             <mxRectangle height="30" width="30" as="alternateBounds" />
-           </mxGeometry>
-         </mxCell>
-         <mxCell id="ryd3ZXXs5xD_q0EqPqET-114" parent="ryd3ZXXs5xD_q0EqPqET-112" style="shape=partialRectangle;connectable=0;fillColor=none;top=0;left=0;bottom=0;right=0;align=left;spacingLeft=6;overflow=hidden;whiteSpace=wrap;html=1;" value="id_asegurado" vertex="1">
-           <mxGeometry height="30" width="150" x="30" as="geometry">
-             <mxRectangle height="30" width="150" as="alternateBounds" />
-           </mxGeometry>
-         </mxCell>
-         <mxCell id="ryd3ZXXs5xD_q0EqPqET-154" parent="ryd3ZXXs5xD_q0EqPqET-53" style="shape=tableRow;horizontal=0;startSize=0;swimlaneHead=0;swimlaneBody=0;fillColor=none;collapsible=0;dropTarget=0;points=[[0,0.5],[1,0.5]];portConstraint=eastwest;top=0;left=0;right=0;bottom=0;" value="" vertex="1">
+         <mxCell id="ryd3ZXXs5xD_q0EqPqET-155" parent="ryd3ZXXs5xD_q0EqPqET-154" style="shape=partialRectangle;connectable=0;fillColor=none;top=0;left=0;bottom=0;right=0;editable=1;overflow=hidden;whiteSpace=wrap;html=1;" value="FK" vertex="1">
+           <mxGeometry height="30" width="30" as="geometry">
+             <mxRectangle height="30" width="30" as="alternateBounds" />
+           </mxGeometry>
+         </mxCell>
+         <mxCell id="ryd3ZXXs5xD_q0EqPqET-156" parent="ryd3ZXXs5xD_q0EqPqET-154" style="shape=partialRectangle;connectable=0;fillColor=none;top=0;left=0;bottom=0;right=0;align=left;spacingLeft=6;overflow=hidden;whiteSpace=wrap;html=1;" value="id_producto" vertex="1">
+           <mxGeometry height="30" width="150" x="30" as="geometry">
+             <mxRectangle height="30" width="150" as="alternateBounds" />
+           </mxGeometry>
+         </mxCell>
+         <mxCell id="ryd3ZXXs5xD_q0EqPqET-175" parent="ryd3ZXXs5xD_q0EqPqET-53" style="shape=tableRow;horizontal=0;startSize=0;swimlaneHead=0;swimlaneBody=0;fillColor=none;collapsible=0;dropTarget=0;points=[[0,0.5],[1,0.5]];portConstraint=eastwest;top=0;left=0;right=0;bottom=0;" value="" vertex="1">
          <mxGeometry height="30" width="180" y="210" as="geometry" />
        </mxCell>
-         <mxCell id="ryd3ZXXs5xD_q0EqPqET-155" parent="ryd3ZXXs5xD_q0EqPqET-154" style="shape=partialRectangle;connectable=0;fillColor=none;top=0;left=0;bottom=0;right=0;editable=1;overflow=hidden;whiteSpace=wrap;html=1;" value="FK" vertex="1">
-           <mxGeometry height="30" width="30" as="geometry">
-             <mxRectangle height="30" width="30" as="alternateBounds" />
-           </mxGeometry>
-         </mxCell>
-         <mxCell id="ryd3ZXXs5xD_q0EqPqET-156" parent="ryd3ZXXs5xD_q0EqPqET-154" style="shape=partialRectangle;connectable=0;fillColor=none;top=0;left=0;bottom=0;right=0;align=left;spacingLeft=6;overflow=hidden;whiteSpace=wrap;html=1;" value="id_producto" vertex="1">
-           <mxGeometry height="30" width="150" x="30" as="geometry">
-             <mxRectangle height="30" width="150" as="alternateBounds" />
-           </mxGeometry>
-         </mxCell>
-         <mxCell id="ryd3ZXXs5xD_q0EqPqET-175" parent="ryd3ZXXs5xD_q0EqPqET-53" style="shape=tableRow;horizontal=0;startSize=0;swimlaneHead=0;swimlaneBody=0;fillColor=none;collapsible=0;dropTarget=0;points=[[0,0.5],[1,0.5]];portConstraint=eastwest;top=0;left=0;right=0;bottom=0;" value="" vertex="1">
+         <mxCell id="ryd3ZXXs5xD_q0EqPqET-176" parent="ryd3ZXXs5xD_q0EqPqET-175" style="shape=partialRectangle;connectable=0;fillColor=none;top=0;left=0;bottom=0;right=0;editable=1;overflow=hidden;whiteSpace=wrap;html=1;" value="FK" vertex="1">
+           <mxGeometry height="30" width="30" as="geometry">
+             <mxRectangle height="30" width="30" as="alternateBounds" />
+           </mxGeometry>
+         </mxCell>
+         <mxCell id="ryd3ZXXs5xD_q0EqPqET-177" parent="ryd3ZXXs5xD_q0EqPqET-175" style="shape=partialRectangle;connectable=0;fillColor=none;top=0;left=0;bottom=0;right=0;align=left;spacingLeft=6;overflow=hidden;whiteSpace=wrap;html=1;" value="sucursal" vertex="1">
+           <mxGeometry height="30" width="150" x="30" as="geometry">
+             <mxRectangle height="30" width="150" as="alternateBounds" />
+           </mxGeometry>
+         </mxCell>
+         <mxCell id="ryd3ZXXs5xD_q0EqPqET-78" parent="ryd3ZXXs5xD_q0EqPqET-53" style="shape=tableRow;horizontal=0;startSize=0;swimlaneHead=0;swimlaneBody=0;fillColor=none;collapsible=0;dropTarget=0;points=[[0,0.5],[1,0.5]];portConstraint=eastwest;top=0;left=0;right=0;bottom=0;" value="" vertex="1">
          <mxGeometry height="30" width="180" y="240" as="geometry" />
        </mxCell>
-         <mxCell id="ryd3ZXXs5xD_q0EqPqET-176" parent="ryd3ZXXs5xD_q0EqPqET-175" style="shape=partialRectangle;connectable=0;fillColor=none;top=0;left=0;bottom=0;right=0;editable=1;overflow=hidden;whiteSpace=wrap;html=1;" value="FK" vertex="1">
-           <mxGeometry height="30" width="30" as="geometry">
-             <mxRectangle height="30" width="30" as="alternateBounds" />
-           </mxGeometry>
-         </mxCell>
-         <mxCell id="ryd3ZXXs5xD_q0EqPqET-177" parent="ryd3ZXXs5xD_q0EqPqET-175" style="shape=partialRectangle;connectable=0;fillColor=none;top=0;left=0;bottom=0;right=0;align=left;spacingLeft=6;overflow=hidden;whiteSpace=wrap;html=1;" value="sucursal" vertex="1">
-           <mxGeometry height="30" width="150" x="30" as="geometry">
-             <mxRectangle height="30" width="150" as="alternateBounds" />
-           </mxGeometry>
-         </mxCell>
-         <mxCell id="ryd3ZXXs5xD_q0EqPqET-78" parent="ryd3ZXXs5xD_q0EqPqET-53" style="shape=tableRow;horizontal=0;startSize=0;swimlaneHead=0;swimlaneBody=0;fillColor=none;collapsible=0;dropTarget=0;points=[[0,0.5],[1,0.5]];portConstraint=eastwest;top=0;left=0;right=0;bottom=0;" value="" vertex="1">
+         <mxCell id="ryd3ZXXs5xD_q0EqPqET-79" parent="ryd3ZXXs5xD_q0EqPqET-78" style="shape=partialRectangle;connectable=0;fillColor=none;top=0;left=0;bottom=0;right=0;editable=1;overflow=hidden;whiteSpace=wrap;html=1;" value="" vertex="1">
+           <mxGeometry height="30" width="30" as="geometry">
+             <mxRectangle height="30" width="30" as="alternateBounds" />
+           </mxGeometry>
+         </mxCell>
+         <mxCell id="ryd3ZXXs5xD_q0EqPqET-80" parent="ryd3ZXXs5xD_q0EqPqET-78" style="shape=partialRectangle;connectable=0;fillColor=none;top=0;left=0;bottom=0;right=0;align=left;spacingLeft=6;overflow=hidden;whiteSpace=wrap;html=1;" value="metodo_pago" vertex="1">
+           <mxGeometry height="30" width="150" x="30" as="geometry">
+             <mxRectangle height="30" width="150" as="alternateBounds" />
+           </mxGeometry>
+         </mxCell>
+         <mxCell id="ryd3ZXXs5xD_q0EqPqET-81" parent="ryd3ZXXs5xD_q0EqPqET-53" style="shape=tableRow;horizontal=0;startSize=0;swimlaneHead=0;swimlaneBody=0;fillColor=none;collapsible=0;dropTarget=0;points=[[0,0.5],[1,0.5]];portConstraint=eastwest;top=0;left=0;right=0;bottom=0;" value="" vertex="1">
          <mxGeometry height="30" width="180" y="270" as="geometry" />
        </mxCell>
-         <mxCell id="ryd3ZXXs5xD_q0EqPqET-79" parent="ryd3ZXXs5xD_q0EqPqET-78" style="shape=partialRectangle;connectable=0;fillColor=none;top=0;left=0;bottom=0;right=0;editable=1;overflow=hidden;whiteSpace=wrap;html=1;" value="" vertex="1">
-           <mxGeometry height="30" width="30" as="geometry">
-             <mxRectangle height="30" width="30" as="alternateBounds" />
-           </mxGeometry>
-         </mxCell>
-         <mxCell id="ryd3ZXXs5xD_q0EqPqET-80" parent="ryd3ZXXs5xD_q0EqPqET-78" style="shape=partialRectangle;connectable=0;fillColor=none;top=0;left=0;bottom=0;right=0;align=left;spacingLeft=6;overflow=hidden;whiteSpace=wrap;html=1;" value="metodo_pago" vertex="1">
-           <mxGeometry height="30" width="150" x="30" as="geometry">
-             <mxRectangle height="30" width="150" as="alternateBounds" />
-           </mxGeometry>
-         </mxCell>
-         <mxCell id="ryd3ZXXs5xD_q0EqPqET-81" parent="ryd3ZXXs5xD_q0EqPqET-53" style="shape=tableRow;horizontal=0;startSize=0;swimlaneHead=0;swimlaneBody=0;fillColor=none;collapsible=0;dropTarget=0;points=[[0,0.5],[1,0.5]];portConstraint=eastwest;top=0;left=0;right=0;bottom=0;" value="" vertex="1">
+         <mxCell id="ryd3ZXXs5xD_q0EqPqET-82" parent="ryd3ZXXs5xD_q0EqPqET-81" style="shape=partialRectangle;connectable=0;fillColor=none;top=0;left=0;bottom=0;right=0;editable=1;overflow=hidden;whiteSpace=wrap;html=1;" value="" vertex="1">
+           <mxGeometry height="30" width="30" as="geometry">
+             <mxRectangle height="30" width="30" as="alternateBounds" />
+           </mxGeometry>
+         </mxCell>
+         <mxCell id="ryd3ZXXs5xD_q0EqPqET-83" parent="ryd3ZXXs5xD_q0EqPqET-81" style="shape=partialRectangle;connectable=0;fillColor=none;top=0;left=0;bottom=0;right=0;align=left;spacingLeft=6;overflow=hidden;whiteSpace=wrap;html=1;" value="plazo_pago" vertex="1">
+           <mxGeometry height="30" width="150" x="30" as="geometry">
+             <mxRectangle height="30" width="150" as="alternateBounds" />
+           </mxGeometry>
+         </mxCell>
+         <mxCell id="ryd3ZXXs5xD_q0EqPqET-87" parent="ryd3ZXXs5xD_q0EqPqET-53" style="shape=tableRow;horizontal=0;startSize=0;swimlaneHead=0;swimlaneBody=0;fillColor=none;collapsible=0;dropTarget=0;points=[[0,0.5],[1,0.5]];portConstraint=eastwest;top=0;left=0;right=0;bottom=0;" value="" vertex="1">
          <mxGeometry height="30" width="180" y="300" as="geometry" />
-         </mxCell>
-         <mxCell id="ryd3ZXXs5xD_q0EqPqET-82" parent="ryd3ZXXs5xD_q0EqPqET-81" style="shape=partialRectangle;connectable=0;fillColor=none;top=0;left=0;bottom=0;right=0;editable=1;overflow=hidden;whiteSpace=wrap;html=1;" value="" vertex="1">
-           <mxGeometry height="30" width="30" as="geometry">
-             <mxRectangle height="30" width="30" as="alternateBounds" />
-           </mxGeometry>
-         </mxCell>
-         <mxCell id="ryd3ZXXs5xD_q0EqPqET-83" parent="ryd3ZXXs5xD_q0EqPqET-81" style="shape=partialRectangle;connectable=0;fillColor=none;top=0;left=0;bottom=0;right=0;align=left;spacingLeft=6;overflow=hidden;whiteSpace=wrap;html=1;" value="plazo_pago" vertex="1">
-           <mxGeometry height="30" width="150" x="30" as="geometry">
-             <mxRectangle height="30" width="150" as="alternateBounds" />
-           </mxGeometry>
-         </mxCell>
-         <mxCell id="ryd3ZXXs5xD_q0EqPqET-87" parent="ryd3ZXXs5xD_q0EqPqET-53" style="shape=tableRow;horizontal=0;startSize=0;swimlaneHead=0;swimlaneBody=0;fillColor=none;collapsible=0;dropTarget=0;points=[[0,0.5],[1,0.5]];portConstraint=eastwest;top=0;left=0;right=0;bottom=0;" value="" vertex="1">
-           <mxGeometry height="30" width="180" y="330" as="geometry" />
        </mxCell>
        <mxCell id="ryd3ZXXs5xD_q0EqPqET-88" parent="ryd3ZXXs5xD_q0EqPqET-87" style="shape=partialRectangle;connectable=0;fillColor=none;top=0;left=0;bottom=0;right=0;editable=1;overflow=hidden;whiteSpace=wrap;html=1;" value="" vertex="1">
          <mxGeometry height="30" width="30" as="geometry">
            <mxRectangle height="30" width="30" as="alternateBounds" />
          </mxGeometry>
        </mxCell>
        <mxCell id="ryd3ZXXs5xD_q0EqPqET-89" parent="ryd3ZXXs5xD_q0EqPqET-87" style="shape=partialRectangle;connectable=0;fillColor=none;top=0;left=0;bottom=0;right=0;align=left;spacingLeft=6;overflow=hidden;whiteSpace=wrap;html=1;" value="moneda_utilizada" vertex="1">
          <mxGeometry height="30" width="150" x="30" as="geometry">
            <mxRectangle height="30" width="150" as="alternateBounds" />
          </mxGeometry>
        </mxCell>
        <mxCell id="ryd3ZXXs5xD_q0EqPqET-76" edge="1" parent="1" source="ryd3ZXXs5xD_q0EqPqET-60" style="edgeStyle=orthogonalEdgeStyle;rounded=0;orthogonalLoop=1;jettySize=auto;html=1;exitX=1;exitY=0.5;exitDx=0;exitDy=0;" target="ryd3ZXXs5xD_q0EqPqET-28">
          <mxGeometry relative="1" as="geometry" />
        </mxCell>
        <mxCell id="ryd3ZXXs5xD_q0EqPqET-77" edge="1" parent="1" source="ryd3ZXXs5xD_q0EqPqET-63" style="edgeStyle=orthogonalEdgeStyle;rounded=0;orthogonalLoop=1;jettySize=auto;html=1;entryX=0;entryY=0.5;entryDx=0;entryDy=0;" target="ryd3ZXXs5xD_q0EqPqET-28">
          <mxGeometry relative="1" as="geometry">
            <mxPoint x="690" y="350" as="targetPoint" />
          </mxGeometry>
        </mxCell>
        <mxCell id="ryd3ZXXs5xD_q0EqPqET-93" parent="1" style="shape=table;startSize=30;container=1;collapsible=1;childLayout=tableLayout;fixedRows=1;rowLines=0;fontStyle=1;align=center;resizeLast=1;html=1;" value="geografia" vertex="1">
          <mxGeometry height="210" width="180" x="-20" y="400" as="geometry" />
        </mxCell>
        <mxCell id="ryd3ZXXs5xD_q0EqPqET-94" parent="ryd3ZXXs5xD_q0EqPqET-93" style="shape=tableRow;horizontal=0;startSize=0;swimlaneHead=0;swimlaneBody=0;fillColor=none;collapsible=0;dropTarget=0;points=[[0,0.5],[1,0.5]];portConstraint=eastwest;top=0;left=0;right=0;bottom=1;" value="" vertex="1">
          <mxGeometry height="30" width="180" y="30" as="geometry" />
        </mxCell>
        <mxCell id="ryd3ZXXs5xD_q0EqPqET-95" parent="ryd3ZXXs5xD_q0EqPqET-94" style="shape=partialRectangle;connectable=0;fillColor=none;top=0;left=0;bottom=0;right=0;fontStyle=1;overflow=hidden;whiteSpace=wrap;html=1;" value="PK" vertex="1">
          <mxGeometry height="30" width="30" as="geometry">
            <mxRectangle height="30" width="30" as="alternateBounds" />
          </mxGeometry>
        </mxCell>
        <mxCell id="ryd3ZXXs5xD_q0EqPqET-96" parent="ryd3ZXXs5xD_q0EqPqET-94" style="shape=partialRectangle;connectable=0;fillColor=none;top=0;left=0;bottom=0;right=0;align=left;spacingLeft=6;fontStyle=5;overflow=hidden;whiteSpace=wrap;html=1;" value="id_geografia" vertex="1">
          <mxGeometry height="30" width="150" x="30" as="geometry">
            <mxRectangle height="30" width="150" as="alternateBounds" />
          </mxGeometry>
        </mxCell>
        <mxCell id="ryd3ZXXs5xD_q0EqPqET-97" parent="ryd3ZXXs5xD_q0EqPqET-93" style="shape=tableRow;horizontal=0;startSize=0;swimlaneHead=0;swimlaneBody=0;fillColor=none;collapsible=0;dropTarget=0;points=[[0,0.5],[1,0.5]];portConstraint=eastwest;top=0;left=0;right=0;bottom=0;" value="" vertex="1">
          <mxGeometry height="30" width="180" y="60" as="geometry" />
        </mxCell>
        <mxCell id="ryd3ZXXs5xD_q0EqPqET-98" parent="ryd3ZXXs5xD_q0EqPqET-97" style="shape=partialRectangle;connectable=0;fillColor=none;top=0;left=0;bottom=0;right=0;editable=1;overflow=hidden;whiteSpace=wrap;html=1;" value="" vertex="1">
          <mxGeometry height="30" width="30" as="geometry">
            <mxRectangle height="30" width="30" as="alternateBounds" />
          </mxGeometry>
        </mxCell>
        <mxCell id="ryd3ZXXs5xD_q0EqPqET-99" parent="ryd3ZXXs5xD_q0EqPqET-97" style="shape=partialRectangle;connectable=0;fillColor=none;top=0;left=0;bottom=0;right=0;align=left;spacingLeft=6;overflow=hidden;whiteSpace=wrap;html=1;" value="direccion" vertex="1">
          <mxGeometry height="30" width="150" x="30" as="geometry">
            <mxRectangle height="30" width="150" as="alternateBounds" />
          </mxGeometry>
        </mxCell>
        <mxCell id="ryd3ZXXs5xD_q0EqPqET-100" parent="ryd3ZXXs5xD_q0EqPqET-93" style="shape=tableRow;horizontal=0;startSize=0;swimlaneHead=0;swimlaneBody=0;fillColor=none;collapsible=0;dropTarget=0;points=[[0,0.5],[1,0.5]];portConstraint=eastwest;top=0;left=0;right=0;bottom=0;" value="" vertex="1">
          <mxGeometry height="30" width="180" y="90" as="geometry" />
        </mxCell>
        <mxCell id="ryd3ZXXs5xD_q0EqPqET-101" parent="ryd3ZXXs5xD_q0EqPqET-100" style="shape=partialRectangle;connectable=0;fillColor=none;top=0;left=0;bottom=0;right=0;editable=1;overflow=hidden;whiteSpace=wrap;html=1;" value="" vertex="1">
          <mxGeometry height="30" width="30" as="geometry">
            <mxRectangle height="30" width="30" as="alternateBounds" />
          </mxGeometry>
        </mxCell>
        <mxCell id="ryd3ZXXs5xD_q0EqPqET-102" parent="ryd3ZXXs5xD_q0EqPqET-100" style="shape=partialRectangle;connectable=0;fillColor=none;top=0;left=0;bottom=0;right=0;align=left;spacingLeft=6;overflow=hidden;whiteSpace=wrap;html=1;" value="codigo_postal" vertex="1">
          <mxGeometry height="30" width="150" x="30" as="geometry">
            <mxRectangle height="30" width="150" as="alternateBounds" />
          </mxGeometry>
        </mxCell>
        <mxCell id="ryd3ZXXs5xD_q0EqPqET-103" parent="ryd3ZXXs5xD_q0EqPqET-93" style="shape=tableRow;horizontal=0;startSize=0;swimlaneHead=0;swimlaneBody=0;fillColor=none;collapsible=0;dropTarget=0;points=[[0,0.5],[1,0.5]];portConstraint=eastwest;top=0;left=0;right=0;bottom=0;" value="" vertex="1">
          <mxGeometry height="30" width="180" y="120" as="geometry" />
        </mxCell>
        <mxCell id="ryd3ZXXs5xD_q0EqPqET-104" parent="ryd3ZXXs5xD_q0EqPqET-103" style="shape=partialRectangle;connectable=0;fillColor=none;top=0;left=0;bottom=0;right=0;editable=1;overflow=hidden;whiteSpace=wrap;html=1;" value="" vertex="1">
          <mxGeometry height="30" width="30" as="geometry">
            <mxRectangle height="30" width="30" as="alternateBounds" />
          </mxGeometry>
        </mxCell>
        <mxCell id="ryd3ZXXs5xD_q0EqPqET-105" parent="ryd3ZXXs5xD_q0EqPqET-103" style="shape=partialRectangle;connectable=0;fillColor=none;top=0;left=0;bottom=0;right=0;align=left;spacingLeft=6;overflow=hidden;whiteSpace=wrap;html=1;" value="ciudad" vertex="1">
          <mxGeometry height="30" width="150" x="30" as="geometry">
            <mxRectangle height="30" width="150" as="alternateBounds" />
          </mxGeometry>
        </mxCell>
        <mxCell id="ryd3ZXXs5xD_q0EqPqET-106" parent="ryd3ZXXs5xD_q0EqPqET-93" style="shape=tableRow;horizontal=0;startSize=0;swimlaneHead=0;swimlaneBody=0;fillColor=none;collapsible=0;dropTarget=0;points=[[0,0.5],[1,0.5]];portConstraint=eastwest;top=0;left=0;right=0;bottom=0;" value="" vertex="1">
          <mxGeometry height="30" width="180" y="150" as="geometry" />
        </mxCell>
        <mxCell id="ryd3ZXXs5xD_q0EqPqET-107" parent="ryd3ZXXs5xD_q0EqPqET-106" style="shape=partialRectangle;connectable=0;fillColor=none;top=0;left=0;bottom=0;right=0;editable=1;overflow=hidden;whiteSpace=wrap;html=1;" value="" vertex="1">
          <mxGeometry height="30" width="30" as="geometry">
            <mxRectangle height="30" width="30" as="alternateBounds" />
          </mxGeometry>
        </mxCell>
        <mxCell id="ryd3ZXXs5xD_q0EqPqET-108" parent="ryd3ZXXs5xD_q0EqPqET-106" style="shape=partialRectangle;connectable=0;fillColor=none;top=0;left=0;bottom=0;right=0;align=left;spacingLeft=6;overflow=hidden;whiteSpace=wrap;html=1;" value="provincia" vertex="1">
          <mxGeometry height="30" width="150" x="30" as="geometry">
            <mxRectangle height="30" width="150" as="alternateBounds" />
          </mxGeometry>
        </mxCell>
        <mxCell id="ryd3ZXXs5xD_q0EqPqET-109" parent="ryd3ZXXs5xD_q0EqPqET-93" style="shape=tableRow;horizontal=0;startSize=0;swimlaneHead=0;swimlaneBody=0;fillColor=none;collapsible=0;dropTarget=0;points=[[0,0.5],[1,0.5]];portConstraint=eastwest;top=0;left=0;right=0;bottom=0;" value="" vertex="1">
          <mxGeometry height="30" width="180" y="180" as="geometry" />
        </mxCell>
        <mxCell id="ryd3ZXXs5xD_q0EqPqET-110" parent="ryd3ZXXs5xD_q0EqPqET-109" style="shape=partialRectangle;connectable=0;fillColor=none;top=0;left=0;bottom=0;right=0;editable=1;overflow=hidden;whiteSpace=wrap;html=1;" value="" vertex="1">
          <mxGeometry height="30" width="30" as="geometry">
            <mxRectangle height="30" width="30" as="alternateBounds" />
          </mxGeometry>
        </mxCell>
        <mxCell id="ryd3ZXXs5xD_q0EqPqET-111" parent="ryd3ZXXs5xD_q0EqPqET-109" style="shape=partialRectangle;connectable=0;fillColor=none;top=0;left=0;bottom=0;right=0;align=left;spacingLeft=6;overflow=hidden;whiteSpace=wrap;html=1;" value="pais" vertex="1">
          <mxGeometry height="30" width="150" x="30" as="geometry">
            <mxRectangle height="30" width="150" as="alternateBounds" />
          </mxGeometry>
        </mxCell>
        <mxCell id="ryd3ZXXs5xD_q0EqPqET-118" edge="1" parent="1" source="ryd3ZXXs5xD_q0EqPqET-57" style="edgeStyle=orthogonalEdgeStyle;rounded=0;orthogonalLoop=1;jettySize=auto;html=1;exitX=1;exitY=0.5;exitDx=0;exitDy=0;entryX=1;entryY=0.5;entryDx=0;entryDy=0;" target="ryd3ZXXs5xD_q0EqPqET-15">
          <mxGeometry relative="1" as="geometry">
            <Array as="points">
              <mxPoint x="560" y="235" />
              <mxPoint x="560" y="-145" />
            </Array>
            <mxPoint x="280" y="-110" as="targetPoint" />
          </mxGeometry>
        </mxCell>
        <mxCell id="ryd3ZXXs5xD_q0EqPqET-119" edge="1" parent="1" source="ryd3ZXXs5xD_q0EqPqET-112" style="edgeStyle=orthogonalEdgeStyle;rounded=0;orthogonalLoop=1;jettySize=auto;html=1;exitX=0;exitY=0.5;exitDx=0;exitDy=0;entryX=1;entryY=0.5;entryDx=0;entryDy=0;" target="ryd3ZXXs5xD_q0EqPqET-41">
          <mxGeometry relative="1" as="geometry" />
        </mxCell>
        <mxCell id="ryd3ZXXs5xD_q0EqPqET-120" edge="1" parent="1" source="ryd3ZXXs5xD_q0EqPqET-50" style="edgeStyle=orthogonalEdgeStyle;rounded=0;orthogonalLoop=1;jettySize=auto;html=1;exitX=0;exitY=0.5;exitDx=0;exitDy=0;entryX=0;entryY=0.5;entryDx=0;entryDy=0;" target="ryd3ZXXs5xD_q0EqPqET-94">
          <mxGeometry relative="1" as="geometry" />
        </mxCell>
        <mxCell id="ryd3ZXXs5xD_q0EqPqET-121" parent="1" style="shape=table;startSize=30;container=1;collapsible=1;childLayout=tableLayout;fixedRows=1;rowLines=0;fontStyle=1;align=center;resizeLast=1;html=1;" value="producto" vertex="1">
          <mxGeometry height="180" width="180" x="750" y="495" as="geometry" />
        </mxCell>
        <mxCell id="ryd3ZXXs5xD_q0EqPqET-122" parent="ryd3ZXXs5xD_q0EqPqET-121" style="shape=tableRow;horizontal=0;startSize=0;swimlaneHead=0;swimlaneBody=0;fillColor=none;collapsible=0;dropTarget=0;points=[[0,0.5],[1,0.5]];portConstraint=eastwest;top=0;left=0;right=0;bottom=1;" value="" vertex="1">
          <mxGeometry height="30" width="180" y="30" as="geometry" />
        </mxCell>
        <mxCell id="ryd3ZXXs5xD_q0EqPqET-123" parent="ryd3ZXXs5xD_q0EqPqET-122" style="shape=partialRectangle;connectable=0;fillColor=none;top=0;left=0;bottom=0;right=0;fontStyle=1;overflow=hidden;whiteSpace=wrap;html=1;" value="PK" vertex="1">
          <mxGeometry height="30" width="30" as="geometry">
            <mxRectangle height="30" width="30" as="alternateBounds" />
          </mxGeometry>
        </mxCell>
        <mxCell id="ryd3ZXXs5xD_q0EqPqET-124" parent="ryd3ZXXs5xD_q0EqPqET-122" style="shape=partialRectangle;connectable=0;fillColor=none;top=0;left=0;bottom=0;right=0;align=left;spacingLeft=6;fontStyle=5;overflow=hidden;whiteSpace=wrap;html=1;" value="id_producto" vertex="1">
          <mxGeometry height="30" width="150" x="30" as="geometry">
            <mxRectangle height="30" width="150" as="alternateBounds" />
          </mxGeometry>
        </mxCell>
        <mxCell id="ryd3ZXXs5xD_q0EqPqET-125" parent="ryd3ZXXs5xD_q0EqPqET-121" style="shape=tableRow;horizontal=0;startSize=0;swimlaneHead=0;swimlaneBody=0;fillColor=none;collapsible=0;dropTarget=0;points=[[0,0.5],[1,0.5]];portConstraint=eastwest;top=0;left=0;right=0;bottom=0;" value="" vertex="1">
          <mxGeometry height="30" width="180" y="60" as="geometry" />
        </mxCell>
        <mxCell id="ryd3ZXXs5xD_q0EqPqET-126" parent="ryd3ZXXs5xD_q0EqPqET-125" style="shape=partialRectangle;connectable=0;fillColor=none;top=0;left=0;bottom=0;right=0;editable=1;overflow=hidden;whiteSpace=wrap;html=1;" value="" vertex="1">
          <mxGeometry height="30" width="30" as="geometry">
            <mxRectangle height="30" width="30" as="alternateBounds" />
          </mxGeometry>
        </mxCell>
        <mxCell id="ryd3ZXXs5xD_q0EqPqET-127" parent="ryd3ZXXs5xD_q0EqPqET-125" style="shape=partialRectangle;connectable=0;fillColor=none;top=0;left=0;bottom=0;right=0;align=left;spacingLeft=6;overflow=hidden;whiteSpace=wrap;html=1;" value="codigo_producto" vertex="1">
          <mxGeometry height="30" width="150" x="30" as="geometry">
            <mxRectangle height="30" width="150" as="alternateBounds" />
          </mxGeometry>
        </mxCell>
        <mxCell id="ryd3ZXXs5xD_q0EqPqET-128" parent="ryd3ZXXs5xD_q0EqPqET-121" style="shape=tableRow;horizontal=0;startSize=0;swimlaneHead=0;swimlaneBody=0;fillColor=none;collapsible=0;dropTarget=0;points=[[0,0.5],[1,0.5]];portConstraint=eastwest;top=0;left=0;right=0;bottom=0;" value="" vertex="1">
          <mxGeometry height="30" width="180" y="90" as="geometry" />
        </mxCell>
        <mxCell id="ryd3ZXXs5xD_q0EqPqET-129" parent="ryd3ZXXs5xD_q0EqPqET-128" style="shape=partialRectangle;connectable=0;fillColor=none;top=0;left=0;bottom=0;right=0;editable=1;overflow=hidden;whiteSpace=wrap;html=1;" value="" vertex="1">
          <mxGeometry height="30" width="30" as="geometry">
            <mxRectangle height="30" width="30" as="alternateBounds" />
          </mxGeometry>
        </mxCell>
        <mxCell id="ryd3ZXXs5xD_q0EqPqET-130" parent="ryd3ZXXs5xD_q0EqPqET-128" style="shape=partialRectangle;connectable=0;fillColor=none;top=0;left=0;bottom=0;right=0;align=left;spacingLeft=6;overflow=hidden;whiteSpace=wrap;html=1;" value="ramo" vertex="1">
          <mxGeometry height="30" width="150" x="30" as="geometry">
            <mxRectangle height="30" width="150" as="alternateBounds" />
          </mxGeometry>
        </mxCell>
        <mxCell id="ryd3ZXXs5xD_q0EqPqET-131" parent="ryd3ZXXs5xD_q0EqPqET-121" style="shape=tableRow;horizontal=0;startSize=0;swimlaneHead=0;swimlaneBody=0;fillColor=none;collapsible=0;dropTarget=0;points=[[0,0.5],[1,0.5]];portConstraint=eastwest;top=0;left=0;right=0;bottom=0;" value="" vertex="1">
          <mxGeometry height="30" width="180" y="120" as="geometry" />
        </mxCell>
        <mxCell id="ryd3ZXXs5xD_q0EqPqET-132" parent="ryd3ZXXs5xD_q0EqPqET-131" style="shape=partialRectangle;connectable=0;fillColor=none;top=0;left=0;bottom=0;right=0;editable=1;overflow=hidden;whiteSpace=wrap;html=1;" value="" vertex="1">
          <mxGeometry height="30" width="30" as="geometry">
            <mxRectangle height="30" width="30" as="alternateBounds" />
          </mxGeometry>
        </mxCell>
        <mxCell id="ryd3ZXXs5xD_q0EqPqET-133" parent="ryd3ZXXs5xD_q0EqPqET-131" style="shape=partialRectangle;connectable=0;fillColor=none;top=0;left=0;bottom=0;right=0;align=left;spacingLeft=6;overflow=hidden;whiteSpace=wrap;html=1;" value="tipo_seguro" vertex="1">
          <mxGeometry height="30" width="150" x="30" as="geometry">
            <mxRectangle height="30" width="150" as="alternateBounds" />
          </mxGeometry>
        </mxCell>
        <mxCell id="ryd3ZXXs5xD_q0EqPqET-147" parent="ryd3ZXXs5xD_q0EqPqET-121" style="shape=tableRow;horizontal=0;startSize=0;swimlaneHead=0;swimlaneBody=0;fillColor=none;collapsible=0;dropTarget=0;points=[[0,0.5],[1,0.5]];portConstraint=eastwest;top=0;left=0;right=0;bottom=0;" value="" vertex="1">
          <mxGeometry height="30" width="180" y="150" as="geometry" />
        </mxCell>
        <mxCell id="ryd3ZXXs5xD_q0EqPqET-148" parent="ryd3ZXXs5xD_q0EqPqET-147" style="shape=partialRectangle;connectable=0;fillColor=none;top=0;left=0;bottom=0;right=0;editable=1;overflow=hidden;whiteSpace=wrap;html=1;" value="" vertex="1">
          <mxGeometry height="30" width="30" as="geometry">
            <mxRectangle height="30" width="30" as="alternateBounds" />
          </mxGeometry>
        </mxCell>
        <mxCell id="ryd3ZXXs5xD_q0EqPqET-149" parent="ryd3ZXXs5xD_q0EqPqET-147" style="shape=partialRectangle;connectable=0;fillColor=none;top=0;left=0;bottom=0;right=0;align=left;spacingLeft=6;overflow=hidden;whiteSpace=wrap;html=1;" value="tipo_seguro" vertex="1">
          <mxGeometry height="30" width="150" x="30" as="geometry">
            <mxRectangle height="30" width="150" as="alternateBounds" />
          </mxGeometry>
        </mxCell>
        <mxCell id="ryd3ZXXs5xD_q0EqPqET-153" edge="1" parent="1" source="ryd3ZXXs5xD_q0EqPqET-150" style="edgeStyle=orthogonalEdgeStyle;rounded=0;orthogonalLoop=1;jettySize=auto;html=1;exitX=0;exitY=0.5;exitDx=0;exitDy=0;entryX=0;entryY=0.5;entryDx=0;entryDy=0;" target="ryd3ZXXs5xD_q0EqPqET-15">
          <mxGeometry relative="1" as="geometry" />
        </mxCell>
        <mxCell id="ryd3ZXXs5xD_q0EqPqET-157" edge="1" parent="1" source="ryd3ZXXs5xD_q0EqPqET-154" style="edgeStyle=orthogonalEdgeStyle;rounded=0;orthogonalLoop=1;jettySize=auto;html=1;exitX=1;exitY=0.5;exitDx=0;exitDy=0;entryX=0;entryY=0.5;entryDx=0;entryDy=0;" target="ryd3ZXXs5xD_q0EqPqET-122">
          <mxGeometry relative="1" as="geometry" />
        </mxCell>
        <mxCell id="ryd3ZXXs5xD_q0EqPqET-158" parent="1" style="shape=table;startSize=30;container=1;collapsible=1;childLayout=tableLayout;fixedRows=1;rowLines=0;fontStyle=1;align=center;resizeLast=1;html=1;" value="sucursal" vertex="1">
          <mxGeometry height="120" width="180" x="360" y="580" as="geometry" />
        </mxCell>
        <mxCell id="ryd3ZXXs5xD_q0EqPqET-159" parent="ryd3ZXXs5xD_q0EqPqET-158" style="shape=tableRow;horizontal=0;startSize=0;swimlaneHead=0;swimlaneBody=0;fillColor=none;collapsible=0;dropTarget=0;points=[[0,0.5],[1,0.5]];portConstraint=eastwest;top=0;left=0;right=0;bottom=1;" value="" vertex="1">
          <mxGeometry height="30" width="180" y="30" as="geometry" />
        </mxCell>
        <mxCell id="ryd3ZXXs5xD_q0EqPqET-160" parent="ryd3ZXXs5xD_q0EqPqET-159" style="shape=partialRectangle;connectable=0;fillColor=none;top=0;left=0;bottom=0;right=0;fontStyle=1;overflow=hidden;whiteSpace=wrap;html=1;" value="PK" vertex="1">
          <mxGeometry height="30" width="30" as="geometry">
            <mxRectangle height="30" width="30" as="alternateBounds" />
          </mxGeometry>
        </mxCell>
        <mxCell id="ryd3ZXXs5xD_q0EqPqET-161" parent="ryd3ZXXs5xD_q0EqPqET-159" style="shape=partialRectangle;connectable=0;fillColor=none;top=0;left=0;bottom=0;right=0;align=left;spacingLeft=6;fontStyle=5;overflow=hidden;whiteSpace=wrap;html=1;" value="id_sucursal" vertex="1">
          <mxGeometry height="30" width="150" x="30" as="geometry">
            <mxRectangle height="30" width="150" as="alternateBounds" />
          </mxGeometry>
        </mxCell>
        <mxCell id="ryd3ZXXs5xD_q0EqPqET-162" parent="ryd3ZXXs5xD_q0EqPqET-158" style="shape=tableRow;horizontal=0;startSize=0;swimlaneHead=0;swimlaneBody=0;fillColor=none;collapsible=0;dropTarget=0;points=[[0,0.5],[1,0.5]];portConstraint=eastwest;top=0;left=0;right=0;bottom=0;" value="" vertex="1">
          <mxGeometry height="30" width="180" y="60" as="geometry" />
        </mxCell>
        <mxCell id="ryd3ZXXs5xD_q0EqPqET-163" parent="ryd3ZXXs5xD_q0EqPqET-162" style="shape=partialRectangle;connectable=0;fillColor=none;top=0;left=0;bottom=0;right=0;editable=1;overflow=hidden;whiteSpace=wrap;html=1;" value="" vertex="1">
          <mxGeometry height="30" width="30" as="geometry">
            <mxRectangle height="30" width="30" as="alternateBounds" />
          </mxGeometry>
        </mxCell>
        <mxCell id="ryd3ZXXs5xD_q0EqPqET-164" parent="ryd3ZXXs5xD_q0EqPqET-162" style="shape=partialRectangle;connectable=0;fillColor=none;top=0;left=0;bottom=0;right=0;align=left;spacingLeft=6;overflow=hidden;whiteSpace=wrap;html=1;" value="nombre" vertex="1">
          <mxGeometry height="30" width="150" x="30" as="geometry">
            <mxRectangle height="30" width="150" as="alternateBounds" />
          </mxGeometry>
        </mxCell>
        <mxCell id="ryd3ZXXs5xD_q0EqPqET-165" parent="ryd3ZXXs5xD_q0EqPqET-158" style="shape=tableRow;horizontal=0;startSize=0;swimlaneHead=0;swimlaneBody=0;fillColor=none;collapsible=0;dropTarget=0;points=[[0,0.5],[1,0.5]];portConstraint=eastwest;top=0;left=0;right=0;bottom=0;" value="" vertex="1">
          <mxGeometry height="30" width="180" y="90" as="geometry" />
        </mxCell>
        <mxCell id="ryd3ZXXs5xD_q0EqPqET-166" parent="ryd3ZXXs5xD_q0EqPqET-165" style="shape=partialRectangle;connectable=0;fillColor=none;top=0;left=0;bottom=0;right=0;editable=1;overflow=hidden;whiteSpace=wrap;html=1;" value="FK" vertex="1">
          <mxGeometry height="30" width="30" as="geometry">
            <mxRectangle height="30" width="30" as="alternateBounds" />
          </mxGeometry>
        </mxCell>
        <mxCell id="ryd3ZXXs5xD_q0EqPqET-167" parent="ryd3ZXXs5xD_q0EqPqET-165" style="shape=partialRectangle;connectable=0;fillColor=none;top=0;left=0;bottom=0;right=0;align=left;spacingLeft=6;overflow=hidden;whiteSpace=wrap;html=1;" value="id_ubicacion" vertex="1">
          <mxGeometry height="30" width="150" x="30" as="geometry">
            <mxRectangle height="30" width="150" as="alternateBounds" />
          </mxGeometry>
        </mxCell>
        <mxCell id="ryd3ZXXs5xD_q0EqPqET-174" edge="1" parent="1" source="ryd3ZXXs5xD_q0EqPqET-165" style="edgeStyle=orthogonalEdgeStyle;rounded=0;orthogonalLoop=1;jettySize=auto;html=1;exitX=0;exitY=0.5;exitDx=0;exitDy=0;entryX=1;entryY=0.5;entryDx=0;entryDy=0;" target="ryd3ZXXs5xD_q0EqPqET-94">
          <mxGeometry relative="1" as="geometry" />
        </mxCell>
        <mxCell id="ryd3ZXXs5xD_q0EqPqET-178" edge="1" parent="1" source="ryd3ZXXs5xD_q0EqPqET-175" style="edgeStyle=orthogonalEdgeStyle;rounded=0;orthogonalLoop=1;jettySize=auto;html=1;exitX=0;exitY=0.5;exitDx=0;exitDy=0;entryX=0;entryY=0.5;entryDx=0;entryDy=0;" target="ryd3ZXXs5xD_q0EqPqET-159">
          <mxGeometry relative="1" as="geometry" />
        </mxCell>
        <mxCell id="ryd3ZXXs5xD_q0EqPqET-182" edge="1" parent="1" source="ryd3ZXXs5xD_q0EqPqET-31" style="edgeStyle=orthogonalEdgeStyle;rounded=0;orthogonalLoop=1;jettySize=auto;html=1;exitX=1;exitY=0.5;exitDx=0;exitDy=0;entryX=1;entryY=0.5;entryDx=0;entryDy=0;" target="ryd3ZXXs5xD_q0EqPqET-15">
          <mxGeometry relative="1" as="geometry" />
        </mxCell>
      </root>
    </mxGraphModel>
  </diagram>
</mxfile>
